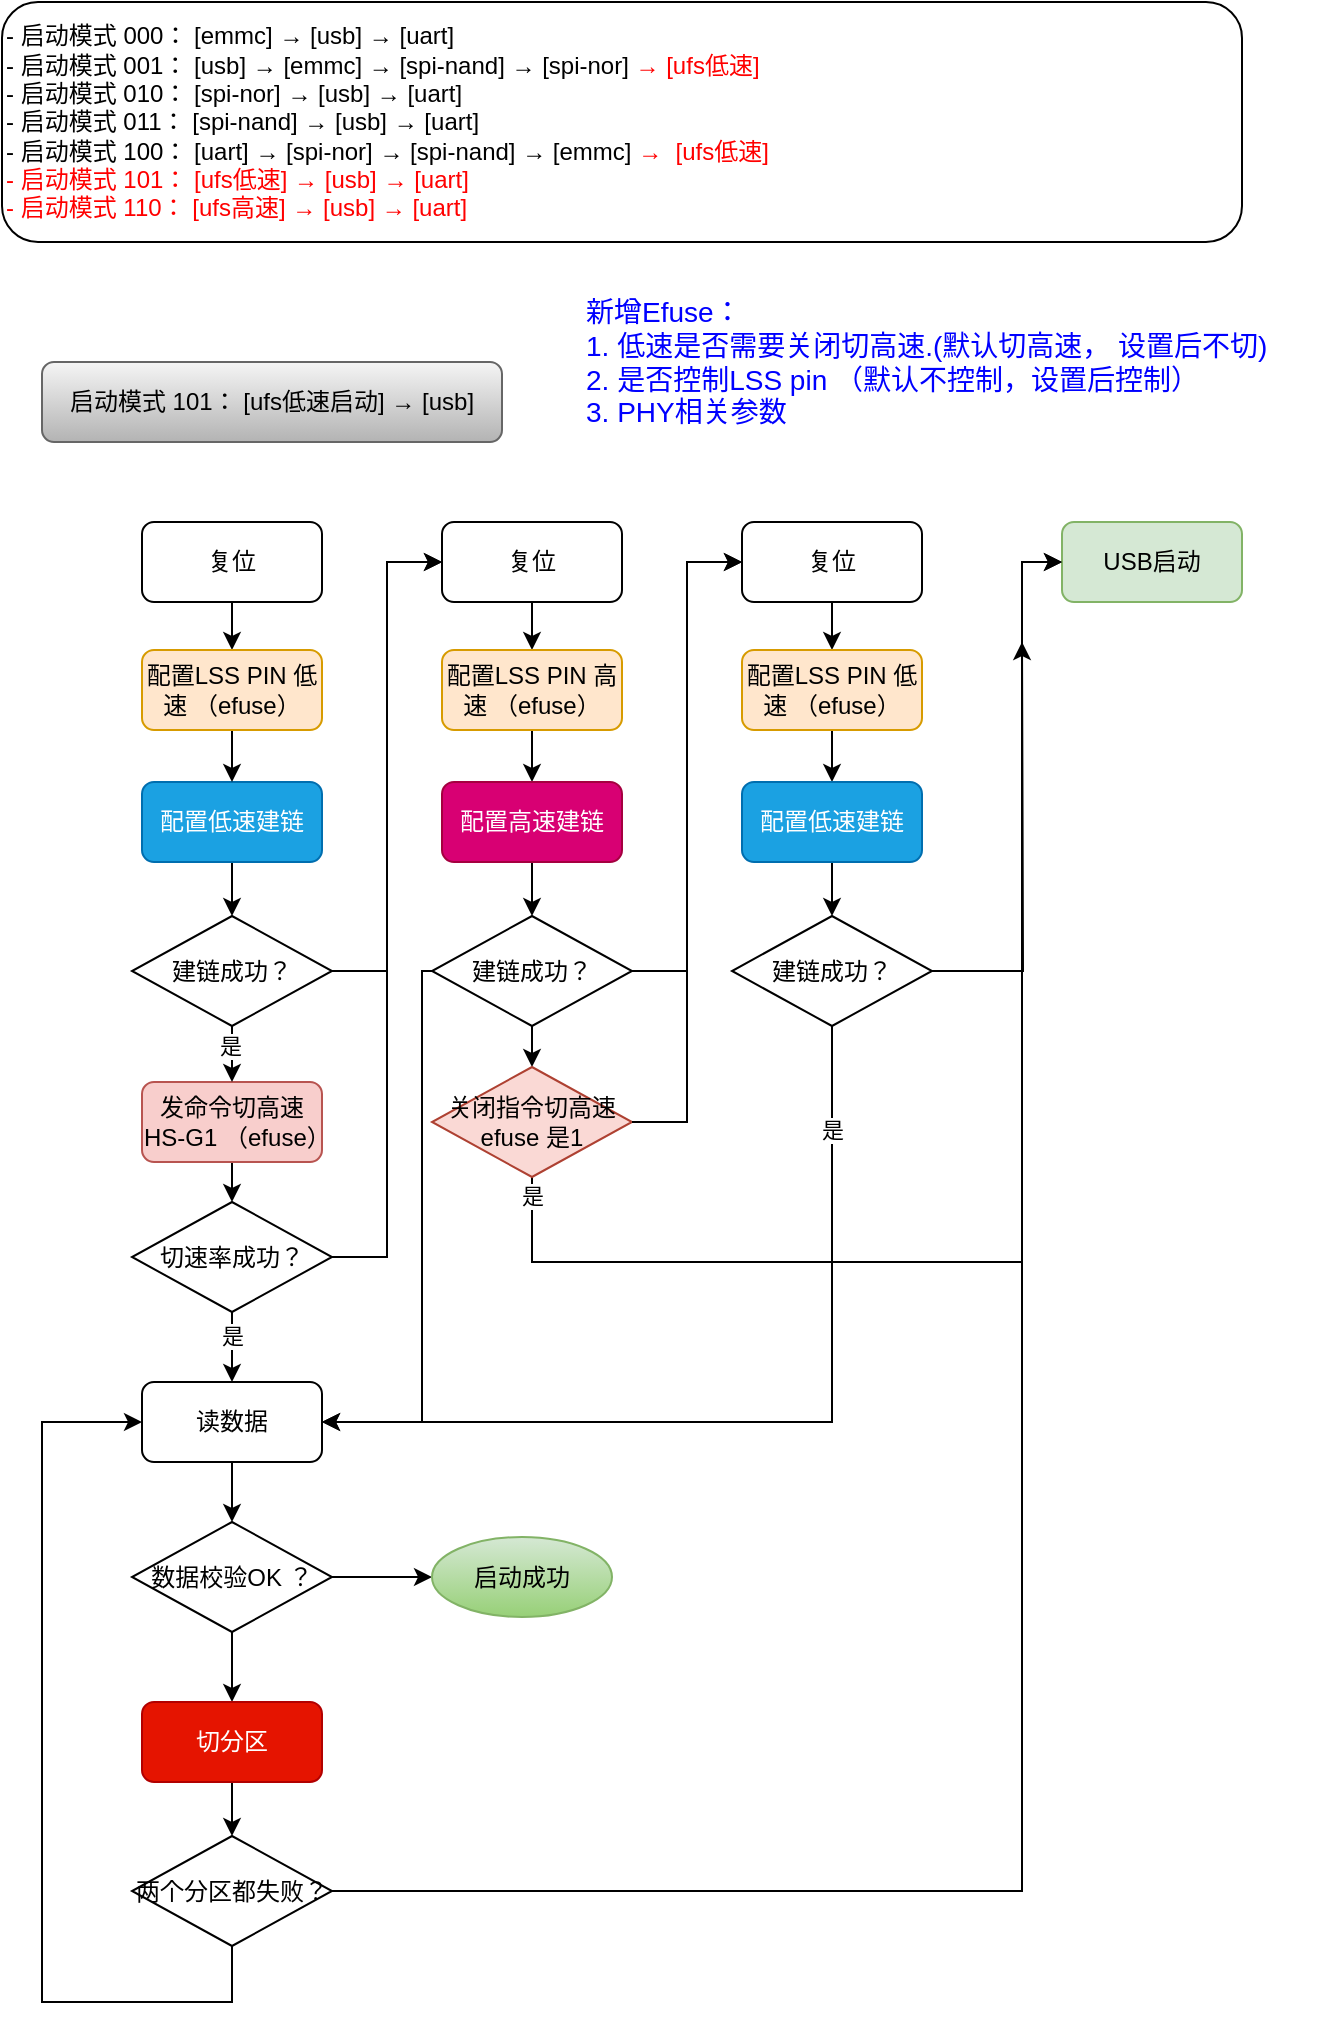
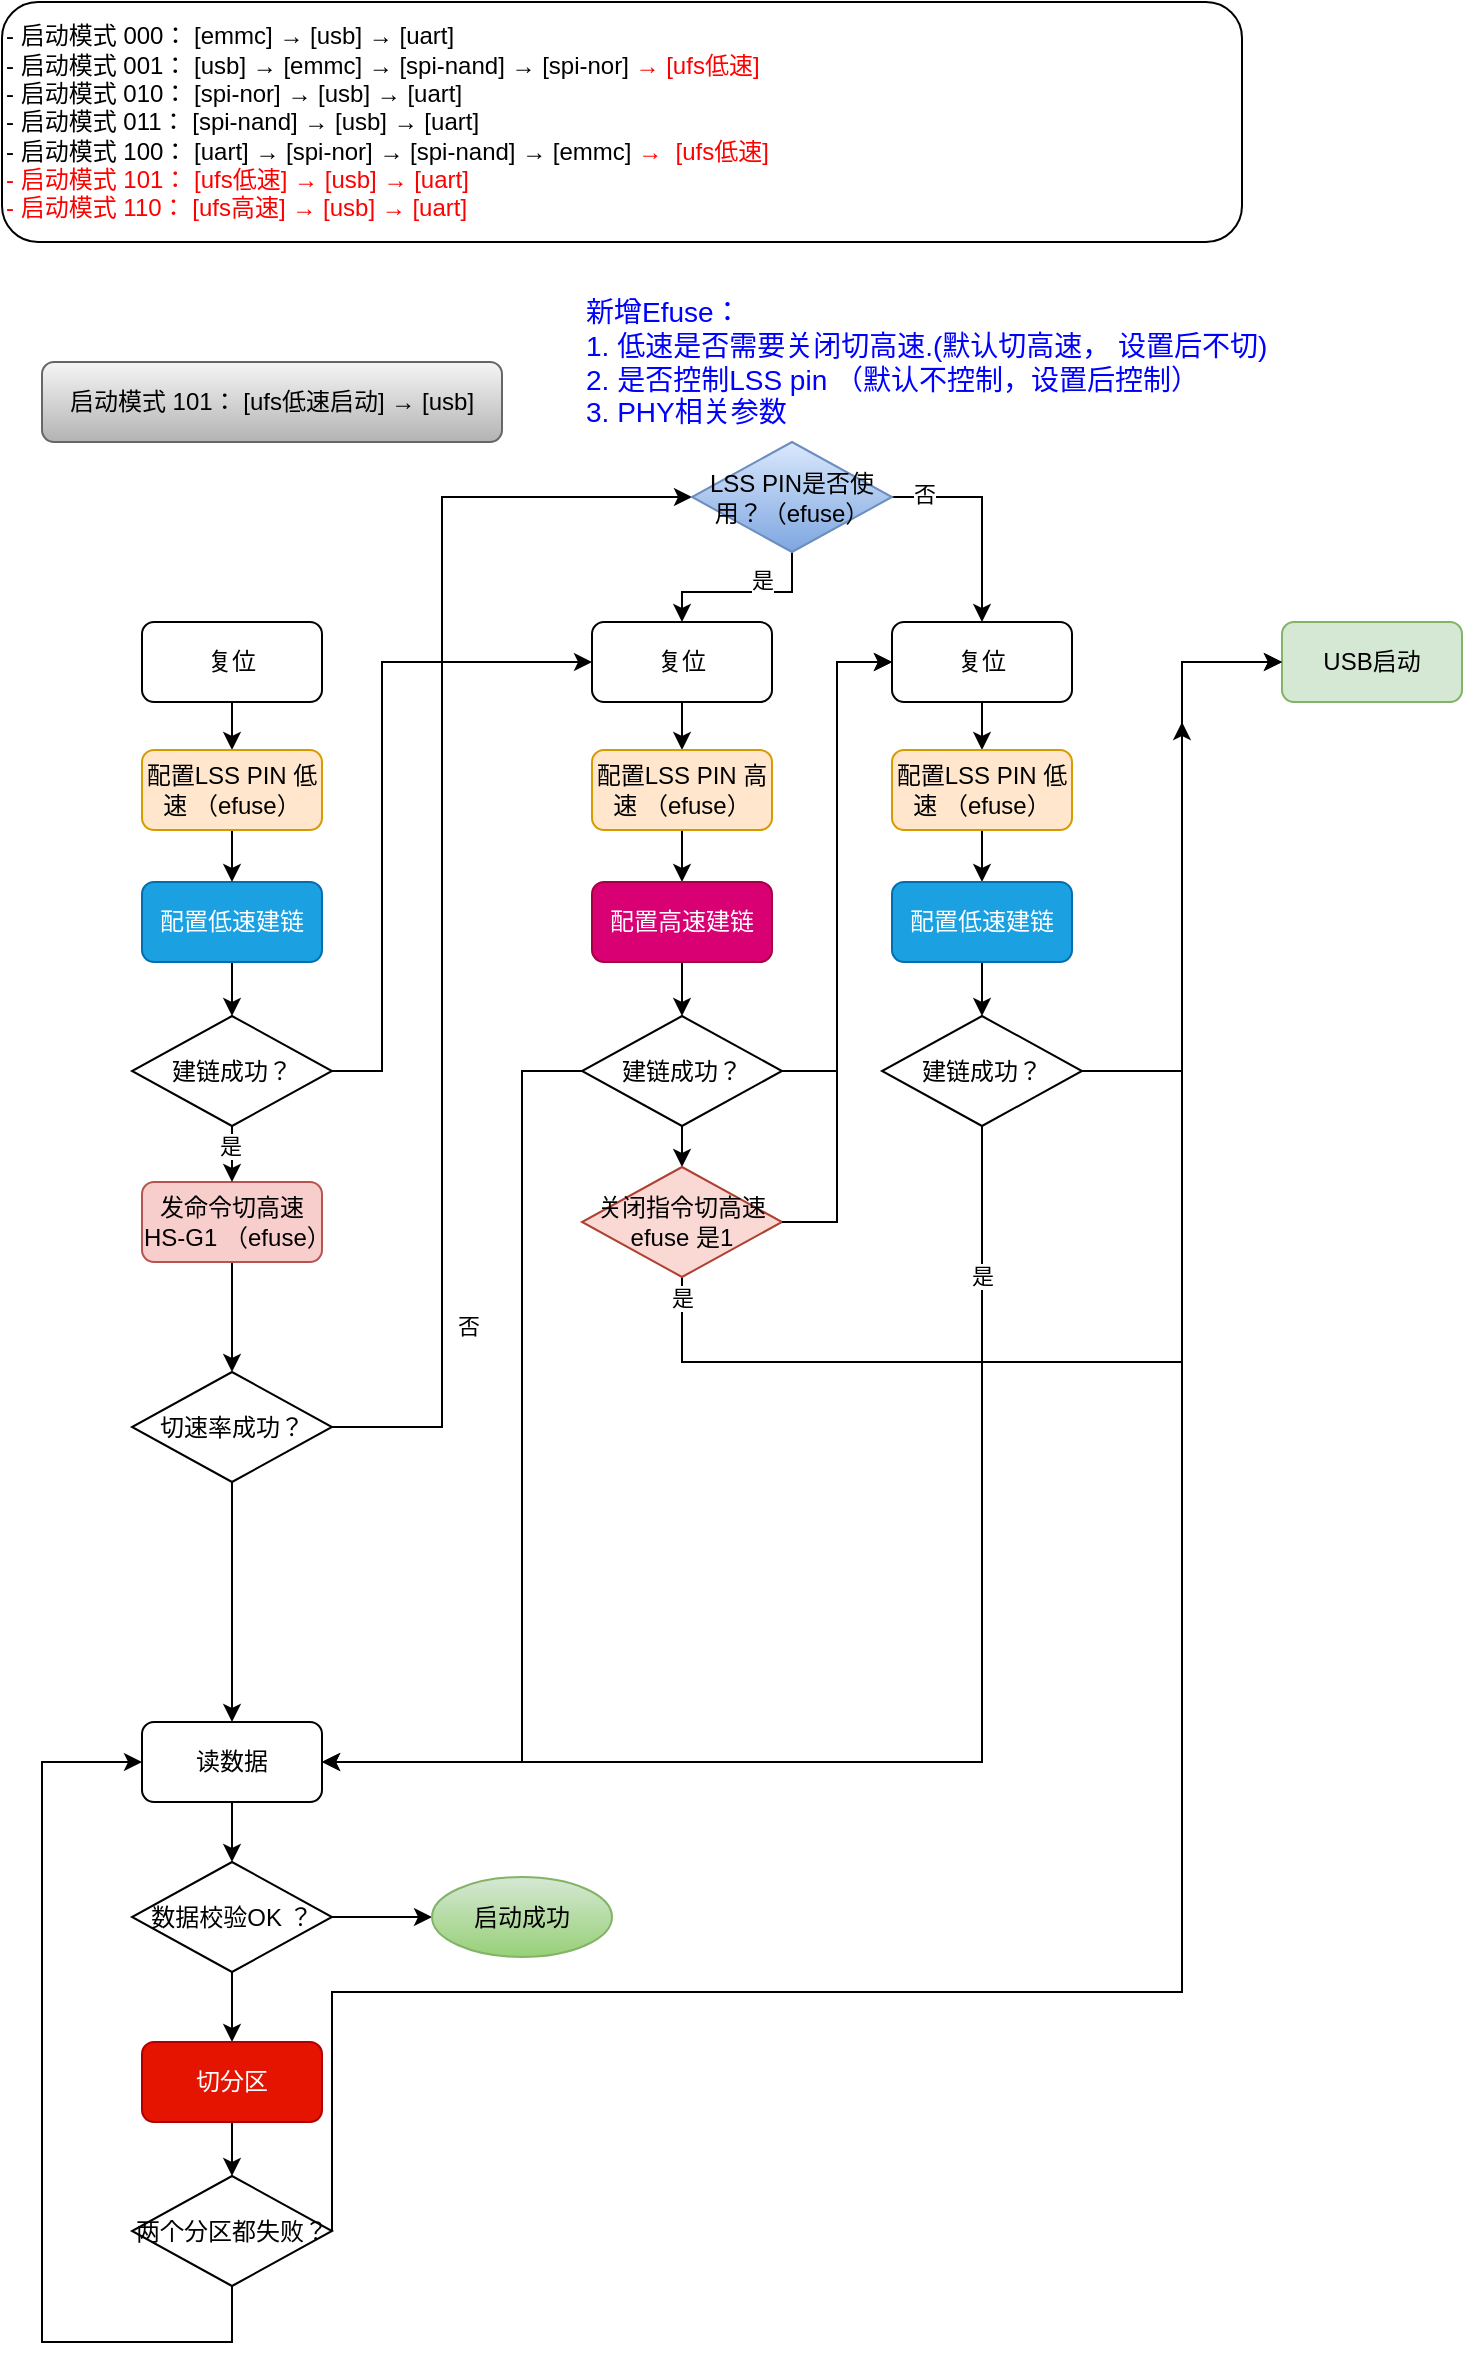
<mxfile host="app.diagrams.net" pages="3">
  <diagram name="第 1 页" id="G7MmgVwn_JN6exUAJ0xq">
    <mxGraphModel dx="1306" dy="677" grid="1" gridSize="10" guides="1" tooltips="1" connect="1" arrows="1" fold="1" page="1" pageScale="1" pageWidth="827" pageHeight="1169" math="0" shadow="0">
      <root>
        <mxCell id="0" />
        <mxCell id="1" parent="0" />
        <mxCell id="rA-qTAb89klGYPX6EJBB-1" parent="1" style="rounded=1;whiteSpace=wrap;html=1;align=left;" value="&lt;div&gt;-&amp;nbsp;&lt;span style=&quot;background-color: transparent; color: light-dark(rgb(0, 0, 0), rgb(255, 255, 255));&quot;&gt;启动模式&amp;nbsp;&lt;/span&gt;&lt;span style=&quot;background-color: transparent; color: light-dark(rgb(0, 0, 0), rgb(255, 255, 255));&quot;&gt;000： [emmc] → [usb] → [uart]&lt;/span&gt;&lt;/div&gt;&lt;div&gt;- 启动模式 001： [usb] → [emmc] → [spi-nand] → [spi-nor]&amp;nbsp;&lt;span style=&quot;background-color: transparent;&quot;&gt;&lt;font style=&quot;color: light-dark(rgb(255, 0, 0), rgb(255, 255, 255));&quot;&gt;→ [ufs低速]&lt;/font&gt;&lt;/span&gt;&lt;span style=&quot;background-color: transparent; color: light-dark(rgb(0, 0, 0), rgb(255, 255, 255));&quot;&gt;&amp;nbsp;&lt;/span&gt;&lt;span style=&quot;background-color: transparent; color: light-dark(rgb(0, 0, 0), rgb(255, 255, 255));&quot;&gt;&amp;nbsp;&lt;/span&gt;&lt;/div&gt;&lt;div&gt;- 启动模式 010： [spi-nor] → [usb] → [uart]&lt;/div&gt;&lt;div&gt;- 启动模式 011： [spi-nand] → [usb] → [uart]&lt;/div&gt;&lt;div&gt;- 启动模式 100： [uart] → [spi-nor] → [spi-nand] → [emmc]&amp;nbsp;&lt;font style=&quot;color: light-dark(rgb(255, 0, 0), rgb(255, 255, 255));&quot;&gt;&lt;span style=&quot;background-color: transparent;&quot;&gt;→&lt;/span&gt;&lt;span style=&quot;background-color: transparent;&quot;&gt;&amp;nbsp;&lt;/span&gt;&lt;span style=&quot;background-color: transparent;&quot;&gt;&amp;nbsp;&lt;/span&gt;&lt;span style=&quot;background-color: transparent;&quot;&gt;[ufs低速]&lt;/span&gt;&lt;/font&gt;&lt;span style=&quot;background-color: transparent; color: light-dark(rgb(0, 0, 0), rgb(255, 255, 255));&quot;&gt;&amp;nbsp;&lt;/span&gt;&lt;/div&gt;&lt;div&gt;&lt;font style=&quot;color: light-dark(rgb(255, 0, 0), rgb(255, 255, 255));&quot;&gt;- 启动模式 101： [ufs低速] &lt;span style=&quot;background-color: transparent;&quot;&gt;→&amp;nbsp;&lt;/span&gt;&lt;span style=&quot;background-color: transparent;&quot;&gt;[usb]&lt;/span&gt;&lt;span style=&quot;background-color: transparent;&quot;&gt; &lt;/span&gt;&lt;span style=&quot;background-color: transparent;&quot;&gt;→ [uart]&lt;/span&gt;&lt;/font&gt;&lt;/div&gt;&lt;div&gt;&lt;font style=&quot;color: light-dark(rgb(255, 0, 0), rgb(255, 255, 255));&quot;&gt;- 启动模式 110：&amp;nbsp;&lt;span style=&quot;background-color: transparent;&quot;&gt;[ufs高速]&lt;/span&gt;&lt;span style=&quot;background-color: transparent;&quot;&gt; &lt;/span&gt;&lt;span style=&quot;background-color: transparent;&quot;&gt;→ &lt;/span&gt;&lt;span style=&quot;background-color: transparent;&quot;&gt;[usb]&lt;/span&gt;&lt;span style=&quot;background-color: transparent;&quot;&gt; &lt;/span&gt;&lt;span style=&quot;background-color: transparent;&quot;&gt;→ [uart]&lt;/span&gt;&lt;/font&gt;&lt;/div&gt;" vertex="1">
-           <mxGeometry height="120" width="620" x="90" y="60" as="geometry" />
+           <mxGeometry height="120" width="620" x="90" y="10" as="geometry" />
        </mxCell>
        <mxCell id="NB0EyB8uGB_RDp4CUSld-2" parent="1" style="text;html=1;whiteSpace=wrap;strokeColor=none;fillColor=none;align=left;verticalAlign=middle;rounded=0;fontColor=#0000FF;fontSize=14;" value="新增Efuse：&lt;div&gt;1. 低速是否需要关闭切高速.(默认切高速， 设置后不切)&lt;/div&gt;&lt;div&gt;2. 是否控制LSS pin （默认不控制，设置后控制）&lt;/div&gt;&lt;div&gt;3. PHY相关参数&lt;/div&gt;" vertex="1">
-           <mxGeometry height="80" width="374" x="380" y="200" as="geometry" />
+           <mxGeometry height="80" width="374" x="380" y="150" as="geometry" />
        </mxCell>
        <mxCell id="NB0EyB8uGB_RDp4CUSld-23" edge="1" parent="1" source="NB0EyB8uGB_RDp4CUSld-5" style="edgeStyle=orthogonalEdgeStyle;rounded=0;orthogonalLoop=1;jettySize=auto;html=1;exitX=0.5;exitY=1;exitDx=0;exitDy=0;entryX=0.5;entryY=0;entryDx=0;entryDy=0;" target="NB0EyB8uGB_RDp4CUSld-7">
          <mxGeometry relative="1" as="geometry" />
        </mxCell>
        <mxCell id="NB0EyB8uGB_RDp4CUSld-5" parent="1" style="rounded=1;whiteSpace=wrap;html=1;" value="复位" vertex="1">
          <mxGeometry height="40" width="90" x="160" y="320" as="geometry" />
        </mxCell>
        <mxCell id="NB0EyB8uGB_RDp4CUSld-25" edge="1" parent="1" source="NB0EyB8uGB_RDp4CUSld-6" style="edgeStyle=orthogonalEdgeStyle;rounded=0;orthogonalLoop=1;jettySize=auto;html=1;exitX=0.5;exitY=1;exitDx=0;exitDy=0;entryX=0.5;entryY=0;entryDx=0;entryDy=0;" target="NB0EyB8uGB_RDp4CUSld-9">
          <mxGeometry relative="1" as="geometry" />
        </mxCell>
        <mxCell id="NB0EyB8uGB_RDp4CUSld-6" parent="1" style="rounded=1;whiteSpace=wrap;html=1;fillColor=#1ba1e2;fontColor=#ffffff;strokeColor=#006EAF;" value="配置低速建链" vertex="1">
          <mxGeometry height="40" width="90" x="160" y="450" as="geometry" />
        </mxCell>
        <mxCell id="NB0EyB8uGB_RDp4CUSld-24" edge="1" parent="1" source="NB0EyB8uGB_RDp4CUSld-7" style="edgeStyle=orthogonalEdgeStyle;rounded=0;orthogonalLoop=1;jettySize=auto;html=1;exitX=0.5;exitY=1;exitDx=0;exitDy=0;entryX=0.5;entryY=0;entryDx=0;entryDy=0;" target="NB0EyB8uGB_RDp4CUSld-6">
          <mxGeometry relative="1" as="geometry">
            <mxPoint x="205" y="444" as="targetPoint" />
          </mxGeometry>
        </mxCell>
        <mxCell id="NB0EyB8uGB_RDp4CUSld-7" parent="1" style="rounded=1;whiteSpace=wrap;html=1;fillColor=#ffe6cc;strokeColor=#d79b00;" value="配置LSS PIN 低速 （efuse）" vertex="1">
          <mxGeometry height="40" width="90" x="160" y="384" as="geometry" />
        </mxCell>
-         <mxCell id="NB0EyB8uGB_RDp4CUSld-27" edge="1" parent="1" source="NB0EyB8uGB_RDp4CUSld-8" style="edgeStyle=orthogonalEdgeStyle;rounded=0;orthogonalLoop=1;jettySize=auto;html=1;exitX=0.5;exitY=1;exitDx=0;exitDy=0;entryX=0.5;entryY=0;entryDx=0;entryDy=0;" target="NB0EyB8uGB_RDp4CUSld-17">
+         <mxCell id="nlYxO6ynGPBAqDfEtOoi-11" edge="1" parent="1" source="NB0EyB8uGB_RDp4CUSld-8" style="edgeStyle=orthogonalEdgeStyle;rounded=0;orthogonalLoop=1;jettySize=auto;html=1;exitX=0.5;exitY=1;exitDx=0;exitDy=0;entryX=0.5;entryY=0;entryDx=0;entryDy=0;" target="NB0EyB8uGB_RDp4CUSld-17">
          <mxGeometry relative="1" as="geometry" />
        </mxCell>
        <mxCell id="NB0EyB8uGB_RDp4CUSld-8" parent="1" style="rounded=1;whiteSpace=wrap;html=1;fillColor=#f8cecc;strokeColor=#b85450;" value="发命令切高速 HS-G1 （efuse）" vertex="1">
          <mxGeometry height="40" width="90" x="160" y="600" as="geometry" />
        </mxCell>
        <mxCell id="NB0EyB8uGB_RDp4CUSld-26" edge="1" parent="1" source="NB0EyB8uGB_RDp4CUSld-9" style="edgeStyle=orthogonalEdgeStyle;rounded=0;orthogonalLoop=1;jettySize=auto;html=1;exitX=0.5;exitY=1;exitDx=0;exitDy=0;" target="NB0EyB8uGB_RDp4CUSld-8">
          <mxGeometry relative="1" as="geometry" />
        </mxCell>
        <mxCell id="KlgkcFlpm4Ags5-VuJH5-14" connectable="0" parent="NB0EyB8uGB_RDp4CUSld-26" style="edgeLabel;html=1;align=center;verticalAlign=middle;resizable=0;points=[];" value="是" vertex="1">
          <mxGeometry relative="1" x="0.2946" y="-1" as="geometry">
            <mxPoint as="offset" />
          </mxGeometry>
        </mxCell>
        <mxCell id="KlgkcFlpm4Ags5-VuJH5-1" edge="1" parent="1" source="NB0EyB8uGB_RDp4CUSld-9" style="edgeStyle=orthogonalEdgeStyle;rounded=0;orthogonalLoop=1;jettySize=auto;html=1;exitX=1;exitY=0.5;exitDx=0;exitDy=0;entryX=0;entryY=0.5;entryDx=0;entryDy=0;" target="NB0EyB8uGB_RDp4CUSld-11">
-           <mxGeometry relative="1" as="geometry" />
+           <mxGeometry relative="1" as="geometry">
+             <Array as="points">
+               <mxPoint x="280" y="544" />
+               <mxPoint x="280" y="340" />
+             </Array>
+           </mxGeometry>
        </mxCell>
        <mxCell id="NB0EyB8uGB_RDp4CUSld-9" parent="1" style="rhombus;whiteSpace=wrap;html=1;" value="建链成功？" vertex="1">
          <mxGeometry height="55" width="100" x="155" y="517" as="geometry" />
        </mxCell>
        <mxCell id="NB0EyB8uGB_RDp4CUSld-10" parent="1" style="rounded=1;whiteSpace=wrap;html=1;fillColor=#f5f5f5;gradientColor=#b3b3b3;strokeColor=#666666;" value="&lt;span style=&quot;text-align: left;&quot;&gt;启动模式 101： [ufs低速启动] &lt;/span&gt;&lt;span style=&quot;color: light-dark(rgb(0, 0, 0), rgb(255, 255, 255)); text-align: left; background-color: transparent;&quot;&gt;→ &lt;/span&gt;&lt;span style=&quot;color: light-dark(rgb(0, 0, 0), rgb(255, 255, 255)); text-align: left; background-color: transparent;&quot;&gt;[usb]&lt;/span&gt;" vertex="1">
-           <mxGeometry height="40" width="230" x="110" y="240" as="geometry" />
+           <mxGeometry height="40" width="230" x="110" y="190" as="geometry" />
        </mxCell>
        <mxCell id="NB0EyB8uGB_RDp4CUSld-36" edge="1" parent="1" source="NB0EyB8uGB_RDp4CUSld-11" style="edgeStyle=orthogonalEdgeStyle;rounded=0;orthogonalLoop=1;jettySize=auto;html=1;exitX=0.5;exitY=1;exitDx=0;exitDy=0;entryX=0.5;entryY=0;entryDx=0;entryDy=0;" target="NB0EyB8uGB_RDp4CUSld-12">
          <mxGeometry relative="1" as="geometry" />
        </mxCell>
        <mxCell id="NB0EyB8uGB_RDp4CUSld-11" parent="1" style="rounded=1;whiteSpace=wrap;html=1;" value="复位" vertex="1">
-           <mxGeometry height="40" width="90" x="310" y="320" as="geometry" />
+           <mxGeometry height="40" width="90" x="385" y="320" as="geometry" />
        </mxCell>
        <mxCell id="NB0EyB8uGB_RDp4CUSld-37" edge="1" parent="1" source="NB0EyB8uGB_RDp4CUSld-12" style="edgeStyle=orthogonalEdgeStyle;rounded=0;orthogonalLoop=1;jettySize=auto;html=1;exitX=0.5;exitY=1;exitDx=0;exitDy=0;entryX=0.5;entryY=0;entryDx=0;entryDy=0;" target="NB0EyB8uGB_RDp4CUSld-13">
          <mxGeometry relative="1" as="geometry" />
        </mxCell>
        <mxCell id="NB0EyB8uGB_RDp4CUSld-12" parent="1" style="rounded=1;whiteSpace=wrap;html=1;fillColor=#ffe6cc;strokeColor=#d79b00;" value="配置LSS PIN 高速 （efuse）" vertex="1">
-           <mxGeometry height="40" width="90" x="310" y="384" as="geometry" />
+           <mxGeometry height="40" width="90" x="385" y="384" as="geometry" />
        </mxCell>
        <mxCell id="NB0EyB8uGB_RDp4CUSld-38" edge="1" parent="1" source="NB0EyB8uGB_RDp4CUSld-13" style="edgeStyle=orthogonalEdgeStyle;rounded=0;orthogonalLoop=1;jettySize=auto;html=1;exitX=0.5;exitY=1;exitDx=0;exitDy=0;entryX=0.5;entryY=0;entryDx=0;entryDy=0;" target="NB0EyB8uGB_RDp4CUSld-31">
          <mxGeometry relative="1" as="geometry" />
        </mxCell>
        <mxCell id="NB0EyB8uGB_RDp4CUSld-13" parent="1" style="rounded=1;whiteSpace=wrap;html=1;fillColor=#d80073;fontColor=#ffffff;strokeColor=#A50040;" value="配置高速建链" vertex="1">
-           <mxGeometry height="40" width="90" x="310" y="450" as="geometry" />
-         </mxCell>
-         <mxCell id="NB0EyB8uGB_RDp4CUSld-28" edge="1" parent="1" source="NB0EyB8uGB_RDp4CUSld-17" style="edgeStyle=orthogonalEdgeStyle;rounded=0;orthogonalLoop=1;jettySize=auto;html=1;exitX=0.5;exitY=1;exitDx=0;exitDy=0;entryX=0.5;entryY=0;entryDx=0;entryDy=0;" target="NB0EyB8uGB_RDp4CUSld-18">
-           <mxGeometry relative="1" as="geometry" />
-         </mxCell>
-         <mxCell id="KlgkcFlpm4Ags5-VuJH5-16" connectable="0" parent="NB0EyB8uGB_RDp4CUSld-28" style="edgeLabel;html=1;align=center;verticalAlign=middle;resizable=0;points=[];" value="是" vertex="1">
-           <mxGeometry relative="1" x="-0.3338" as="geometry">
-             <mxPoint as="offset" />
-           </mxGeometry>
-         </mxCell>
-         <mxCell id="KlgkcFlpm4Ags5-VuJH5-2" edge="1" parent="1" source="NB0EyB8uGB_RDp4CUSld-17" style="edgeStyle=orthogonalEdgeStyle;rounded=0;orthogonalLoop=1;jettySize=auto;html=1;exitX=1;exitY=0.5;exitDx=0;exitDy=0;entryX=0;entryY=0.5;entryDx=0;entryDy=0;" target="NB0EyB8uGB_RDp4CUSld-11">
+           <mxGeometry height="40" width="90" x="385" y="450" as="geometry" />
+         </mxCell>
+         <mxCell id="nlYxO6ynGPBAqDfEtOoi-6" edge="1" parent="1" source="NB0EyB8uGB_RDp4CUSld-17" style="edgeStyle=orthogonalEdgeStyle;rounded=0;orthogonalLoop=1;jettySize=auto;html=1;exitX=1;exitY=0.5;exitDx=0;exitDy=0;entryX=0;entryY=0.5;entryDx=0;entryDy=0;" target="nlYxO6ynGPBAqDfEtOoi-10">
+           <mxGeometry relative="1" as="geometry">
+             <Array as="points">
+               <mxPoint x="310" y="722" />
+               <mxPoint x="310" y="258" />
+             </Array>
+             <mxPoint x="130" y="723" as="sourcePoint" />
+             <mxPoint x="150" y="723" as="targetPoint" />
+           </mxGeometry>
+         </mxCell>
+         <mxCell id="nlYxO6ynGPBAqDfEtOoi-9" connectable="0" parent="nlYxO6ynGPBAqDfEtOoi-6" style="edgeLabel;html=1;align=center;verticalAlign=middle;resizable=0;points=[];" value="否" vertex="1">
+           <mxGeometry relative="1" x="-0.6713" as="geometry">
+             <mxPoint x="13" as="offset" />
+           </mxGeometry>
+         </mxCell>
+         <mxCell id="nlYxO6ynGPBAqDfEtOoi-8" edge="1" parent="1" source="NB0EyB8uGB_RDp4CUSld-17" style="edgeStyle=orthogonalEdgeStyle;rounded=0;orthogonalLoop=1;jettySize=auto;html=1;exitX=0.5;exitY=1;exitDx=0;exitDy=0;entryX=0.5;entryY=0;entryDx=0;entryDy=0;" target="NB0EyB8uGB_RDp4CUSld-18">
          <mxGeometry relative="1" as="geometry" />
        </mxCell>
        <mxCell id="NB0EyB8uGB_RDp4CUSld-17" parent="1" style="rhombus;whiteSpace=wrap;html=1;" value="切速率成功？" vertex="1">
-           <mxGeometry height="55" width="100" x="155" y="660" as="geometry" />
+           <mxGeometry height="55" width="100" x="155" y="695" as="geometry" />
        </mxCell>
        <mxCell id="NB0EyB8uGB_RDp4CUSld-29" edge="1" parent="1" source="NB0EyB8uGB_RDp4CUSld-18" style="edgeStyle=orthogonalEdgeStyle;rounded=0;orthogonalLoop=1;jettySize=auto;html=1;exitX=0.5;exitY=1;exitDx=0;exitDy=0;entryX=0.5;entryY=0;entryDx=0;entryDy=0;" target="NB0EyB8uGB_RDp4CUSld-20">
          <mxGeometry relative="1" as="geometry" />
        </mxCell>
        <mxCell id="NB0EyB8uGB_RDp4CUSld-18" parent="1" style="rounded=1;whiteSpace=wrap;html=1;" value="读数据" vertex="1">
-           <mxGeometry height="40" width="90" x="160" y="750" as="geometry" />
+           <mxGeometry height="40" width="90" x="160" y="870" as="geometry" />
        </mxCell>
        <mxCell id="NB0EyB8uGB_RDp4CUSld-30" edge="1" parent="1" source="NB0EyB8uGB_RDp4CUSld-20" style="edgeStyle=orthogonalEdgeStyle;rounded=0;orthogonalLoop=1;jettySize=auto;html=1;exitX=0.5;exitY=1;exitDx=0;exitDy=0;entryX=0.5;entryY=0;entryDx=0;entryDy=0;" target="NB0EyB8uGB_RDp4CUSld-21">
          <mxGeometry relative="1" as="geometry" />
        </mxCell>
        <mxCell id="Vg5q-0XLda4XJRTYY7xd-2" edge="1" parent="1" source="NB0EyB8uGB_RDp4CUSld-20" style="edgeStyle=orthogonalEdgeStyle;rounded=0;orthogonalLoop=1;jettySize=auto;html=1;exitX=1;exitY=0.5;exitDx=0;exitDy=0;entryX=0;entryY=0.5;entryDx=0;entryDy=0;" target="Vg5q-0XLda4XJRTYY7xd-1">
          <mxGeometry relative="1" as="geometry" />
        </mxCell>
        <mxCell id="NB0EyB8uGB_RDp4CUSld-20" parent="1" style="rhombus;whiteSpace=wrap;html=1;" value="数据校验OK ？" vertex="1">
-           <mxGeometry height="55" width="100" x="155" y="820" as="geometry" />
+           <mxGeometry height="55" width="100" x="155" y="940" as="geometry" />
        </mxCell>
        <mxCell id="NB0EyB8uGB_RDp4CUSld-22" edge="1" parent="1" source="KlgkcFlpm4Ags5-VuJH5-11" style="edgeStyle=orthogonalEdgeStyle;rounded=0;orthogonalLoop=1;jettySize=auto;html=1;exitX=0.5;exitY=1;exitDx=0;exitDy=0;entryX=0;entryY=0.5;entryDx=0;entryDy=0;" target="NB0EyB8uGB_RDp4CUSld-18">
          <mxGeometry relative="1" as="geometry">
            <Array as="points">
-               <mxPoint x="205" y="1060" />
-               <mxPoint x="110" y="1060" />
-               <mxPoint x="110" y="770" />
+               <mxPoint x="205" y="1180" />
+               <mxPoint x="110" y="1180" />
+               <mxPoint x="110" y="890" />
            </Array>
          </mxGeometry>
        </mxCell>
        <mxCell id="KlgkcFlpm4Ags5-VuJH5-12" edge="1" parent="1" source="NB0EyB8uGB_RDp4CUSld-21" style="edgeStyle=orthogonalEdgeStyle;rounded=0;orthogonalLoop=1;jettySize=auto;html=1;exitX=0.5;exitY=1;exitDx=0;exitDy=0;entryX=0.5;entryY=0;entryDx=0;entryDy=0;" target="KlgkcFlpm4Ags5-VuJH5-11">
          <mxGeometry relative="1" as="geometry" />
        </mxCell>
        <mxCell id="NB0EyB8uGB_RDp4CUSld-21" parent="1" style="rounded=1;whiteSpace=wrap;html=1;fillColor=#e51400;fontColor=#ffffff;strokeColor=#B20000;" value="切分区" vertex="1">
-           <mxGeometry height="40" width="90" x="160" y="910" as="geometry" />
+           <mxGeometry height="40" width="90" x="160" y="1030" as="geometry" />
        </mxCell>
        <mxCell id="KlgkcFlpm4Ags5-VuJH5-8" edge="1" parent="1" source="NB0EyB8uGB_RDp4CUSld-31" style="edgeStyle=orthogonalEdgeStyle;rounded=0;orthogonalLoop=1;jettySize=auto;html=1;exitX=1;exitY=0.5;exitDx=0;exitDy=0;entryX=0;entryY=0.5;entryDx=0;entryDy=0;" target="NB0EyB8uGB_RDp4CUSld-42">
          <mxGeometry relative="1" as="geometry" />
        </mxCell>
        <mxCell id="Vg5q-0XLda4XJRTYY7xd-7" edge="1" parent="1" source="NB0EyB8uGB_RDp4CUSld-31" style="edgeStyle=orthogonalEdgeStyle;rounded=0;orthogonalLoop=1;jettySize=auto;html=1;exitX=0;exitY=0.5;exitDx=0;exitDy=0;">
          <mxGeometry relative="1" as="geometry">
            <Array as="points">
-               <mxPoint x="300" y="544" />
-               <mxPoint x="300" y="770" />
-             </Array>
-             <mxPoint x="250" y="770" as="targetPoint" />
+               <mxPoint x="350" y="545" />
+               <mxPoint x="350" y="890" />
+             </Array>
+             <mxPoint x="250" y="890" as="targetPoint" />
          </mxGeometry>
        </mxCell>
        <mxCell id="Vg5q-0XLda4XJRTYY7xd-8" edge="1" parent="1" source="NB0EyB8uGB_RDp4CUSld-31" style="edgeStyle=orthogonalEdgeStyle;rounded=0;orthogonalLoop=1;jettySize=auto;html=1;exitX=0.5;exitY=1;exitDx=0;exitDy=0;entryX=0.5;entryY=0;entryDx=0;entryDy=0;" target="Vg5q-0XLda4XJRTYY7xd-3">
          <mxGeometry relative="1" as="geometry" />
        </mxCell>
        <mxCell id="NB0EyB8uGB_RDp4CUSld-31" parent="1" style="rhombus;whiteSpace=wrap;html=1;" value="建链成功？" vertex="1">
-           <mxGeometry height="55" width="100" x="305" y="517" as="geometry" />
+           <mxGeometry height="55" width="100" x="380" y="517" as="geometry" />
        </mxCell>
        <mxCell id="KlgkcFlpm4Ags5-VuJH5-5" edge="1" parent="1" source="NB0EyB8uGB_RDp4CUSld-42" style="edgeStyle=orthogonalEdgeStyle;rounded=0;orthogonalLoop=1;jettySize=auto;html=1;exitX=0.5;exitY=1;exitDx=0;exitDy=0;entryX=0.5;entryY=0;entryDx=0;entryDy=0;" target="NB0EyB8uGB_RDp4CUSld-43">
          <mxGeometry relative="1" as="geometry" />
        </mxCell>
        <mxCell id="NB0EyB8uGB_RDp4CUSld-42" parent="1" style="rounded=1;whiteSpace=wrap;html=1;" value="复位" vertex="1">
-           <mxGeometry height="40" width="90" x="460" y="320" as="geometry" />
+           <mxGeometry height="40" width="90" x="535" y="320" as="geometry" />
        </mxCell>
        <mxCell id="KlgkcFlpm4Ags5-VuJH5-6" edge="1" parent="1" source="NB0EyB8uGB_RDp4CUSld-43" style="edgeStyle=orthogonalEdgeStyle;rounded=0;orthogonalLoop=1;jettySize=auto;html=1;exitX=0.5;exitY=1;exitDx=0;exitDy=0;entryX=0.5;entryY=0;entryDx=0;entryDy=0;" target="NB0EyB8uGB_RDp4CUSld-44">
          <mxGeometry relative="1" as="geometry" />
        </mxCell>
        <mxCell id="NB0EyB8uGB_RDp4CUSld-43" parent="1" style="rounded=1;whiteSpace=wrap;html=1;fillColor=#ffe6cc;strokeColor=#d79b00;" value="配置LSS PIN 低速 （efuse）" vertex="1">
-           <mxGeometry height="40" width="90" x="460" y="384" as="geometry" />
+           <mxGeometry height="40" width="90" x="535" y="384" as="geometry" />
        </mxCell>
        <mxCell id="KlgkcFlpm4Ags5-VuJH5-7" edge="1" parent="1" source="NB0EyB8uGB_RDp4CUSld-44" style="edgeStyle=orthogonalEdgeStyle;rounded=0;orthogonalLoop=1;jettySize=auto;html=1;exitX=0.5;exitY=1;exitDx=0;exitDy=0;entryX=0.5;entryY=0;entryDx=0;entryDy=0;" target="NB0EyB8uGB_RDp4CUSld-45">
          <mxGeometry relative="1" as="geometry" />
        </mxCell>
        <mxCell id="NB0EyB8uGB_RDp4CUSld-44" parent="1" style="rounded=1;whiteSpace=wrap;html=1;fillColor=#1ba1e2;fontColor=#ffffff;strokeColor=#006EAF;" value="配置低速建链" vertex="1">
-           <mxGeometry height="40" width="90" x="460" y="450" as="geometry" />
-         </mxCell>
-         <mxCell id="KlgkcFlpm4Ags5-VuJH5-4" edge="1" parent="1" source="NB0EyB8uGB_RDp4CUSld-45" style="edgeStyle=orthogonalEdgeStyle;rounded=0;orthogonalLoop=1;jettySize=auto;html=1;exitX=0.5;exitY=1;exitDx=0;exitDy=0;">
-           <mxGeometry relative="1" as="geometry">
-             <Array as="points">
-               <mxPoint x="505" y="770" />
-               <mxPoint x="250" y="770" />
+           <mxGeometry height="40" width="90" x="535" y="450" as="geometry" />
+         </mxCell>
+         <mxCell id="KlgkcFlpm4Ags5-VuJH5-4" edge="1" parent="1" source="NB0EyB8uGB_RDp4CUSld-45" style="edgeStyle=orthogonalEdgeStyle;rounded=0;orthogonalLoop=1;jettySize=auto;html=1;exitX=0.5;exitY=1;exitDx=0;exitDy=0;entryX=1;entryY=0.5;entryDx=0;entryDy=0;" target="NB0EyB8uGB_RDp4CUSld-18">
+           <mxGeometry relative="1" as="geometry">
+             <Array as="points">
+               <mxPoint x="580" y="890" />
            </Array>
            <mxPoint x="250" y="770" as="targetPoint" />
          </mxGeometry>
        </mxCell>
        <mxCell id="KlgkcFlpm4Ags5-VuJH5-18" connectable="0" parent="KlgkcFlpm4Ags5-VuJH5-4" style="edgeLabel;html=1;align=center;verticalAlign=middle;resizable=0;points=[];" value="是" vertex="1">
          <mxGeometry relative="1" x="-0.7697" as="geometry">
            <mxPoint as="offset" />
          </mxGeometry>
        </mxCell>
        <mxCell id="KlgkcFlpm4Ags5-VuJH5-19" edge="1" parent="1" source="NB0EyB8uGB_RDp4CUSld-45" style="edgeStyle=orthogonalEdgeStyle;rounded=0;orthogonalLoop=1;jettySize=auto;html=1;exitX=1;exitY=0.5;exitDx=0;exitDy=0;">
          <mxGeometry relative="1" as="geometry">
-             <mxPoint x="600" y="380" as="targetPoint" />
+             <Array as="points">
+               <mxPoint x="680" y="544" />
+               <mxPoint x="680" y="380" />
+             </Array>
+             <mxPoint x="680" y="370" as="targetPoint" />
          </mxGeometry>
        </mxCell>
        <mxCell id="NB0EyB8uGB_RDp4CUSld-45" parent="1" style="rhombus;whiteSpace=wrap;html=1;" value="建链成功？" vertex="1">
-           <mxGeometry height="55" width="100" x="455" y="517" as="geometry" />
+           <mxGeometry height="55" width="100" x="530" y="517" as="geometry" />
        </mxCell>
        <mxCell id="KlgkcFlpm4Ags5-VuJH5-9" parent="1" style="rounded=1;whiteSpace=wrap;html=1;fillColor=#d5e8d4;strokeColor=#82b366;" value="USB启动" vertex="1">
-           <mxGeometry height="40" width="90" x="620" y="320" as="geometry" />
+           <mxGeometry height="40" width="90" x="730" y="320" as="geometry" />
        </mxCell>
        <mxCell id="KlgkcFlpm4Ags5-VuJH5-13" edge="1" parent="1" source="KlgkcFlpm4Ags5-VuJH5-11" style="edgeStyle=orthogonalEdgeStyle;rounded=0;orthogonalLoop=1;jettySize=auto;html=1;exitX=1;exitY=0.5;exitDx=0;exitDy=0;entryX=0;entryY=0.5;entryDx=0;entryDy=0;" target="KlgkcFlpm4Ags5-VuJH5-9">
          <mxGeometry relative="1" as="geometry">
            <Array as="points">
-               <mxPoint x="600" y="1005" />
-               <mxPoint x="600" y="340" />
+               <mxPoint x="255" y="1005" />
+               <mxPoint x="680" y="1005" />
+               <mxPoint x="680" y="340" />
            </Array>
          </mxGeometry>
        </mxCell>
        <mxCell id="KlgkcFlpm4Ags5-VuJH5-11" parent="1" style="rhombus;whiteSpace=wrap;html=1;" value="两个分区都失败？" vertex="1">
-           <mxGeometry height="55" width="100" x="155" y="977" as="geometry" />
+           <mxGeometry height="55" width="100" x="155" y="1097" as="geometry" />
        </mxCell>
        <mxCell id="Vg5q-0XLda4XJRTYY7xd-1" parent="1" style="ellipse;whiteSpace=wrap;html=1;fillColor=#d5e8d4;gradientColor=#97d077;strokeColor=#82b366;" value="启动成功" vertex="1">
-           <mxGeometry height="40" width="90" x="305" y="827.5" as="geometry" />
+           <mxGeometry height="40" width="90" x="305" y="947.5" as="geometry" />
        </mxCell>
        <mxCell id="Vg5q-0XLda4XJRTYY7xd-10" edge="1" parent="1" source="Vg5q-0XLda4XJRTYY7xd-3" style="edgeStyle=orthogonalEdgeStyle;rounded=0;orthogonalLoop=1;jettySize=auto;html=1;exitX=0.5;exitY=1;exitDx=0;exitDy=0;entryX=0;entryY=0.5;entryDx=0;entryDy=0;" target="KlgkcFlpm4Ags5-VuJH5-9">
          <mxGeometry relative="1" as="geometry">
            <Array as="points">
-               <mxPoint x="355" y="690" />
-               <mxPoint x="600" y="690" />
-               <mxPoint x="600" y="340" />
+               <mxPoint x="430" y="690" />
+               <mxPoint x="680" y="690" />
+               <mxPoint x="680" y="340" />
            </Array>
          </mxGeometry>
        </mxCell>
        <mxCell id="Vg5q-0XLda4XJRTYY7xd-11" connectable="0" parent="Vg5q-0XLda4XJRTYY7xd-10" style="edgeLabel;html=1;align=center;verticalAlign=middle;resizable=0;points=[];" value="是" vertex="1">
          <mxGeometry relative="1" x="-0.9713" as="geometry">
            <mxPoint as="offset" />
          </mxGeometry>
        </mxCell>
        <mxCell id="Vg5q-0XLda4XJRTYY7xd-3" parent="1" style="rhombus;whiteSpace=wrap;html=1;fillColor=#fad9d5;strokeColor=#ae4132;" value="关闭指令切高速&lt;div&gt;efuse 是1&lt;/div&gt;" vertex="1">
-           <mxGeometry height="55" width="100" x="305" y="592.5" as="geometry" />
+           <mxGeometry height="55" width="100" x="380" y="592.5" as="geometry" />
        </mxCell>
        <mxCell id="Vg5q-0XLda4XJRTYY7xd-9" edge="1" parent="1" source="Vg5q-0XLda4XJRTYY7xd-3" style="edgeStyle=orthogonalEdgeStyle;rounded=0;orthogonalLoop=1;jettySize=auto;html=1;exitX=1;exitY=0.5;exitDx=0;exitDy=0;entryX=0;entryY=0.5;entryDx=0;entryDy=0;" target="NB0EyB8uGB_RDp4CUSld-42">
          <mxGeometry relative="1" as="geometry" />
+         </mxCell>
+         <mxCell id="nlYxO6ynGPBAqDfEtOoi-12" edge="1" parent="1" source="nlYxO6ynGPBAqDfEtOoi-10" style="edgeStyle=orthogonalEdgeStyle;rounded=0;orthogonalLoop=1;jettySize=auto;html=1;exitX=0.5;exitY=1;exitDx=0;exitDy=0;entryX=0.5;entryY=0;entryDx=0;entryDy=0;" target="NB0EyB8uGB_RDp4CUSld-11">
+           <mxGeometry relative="1" as="geometry">
+             <Array as="points">
+               <mxPoint x="485" y="305" />
+               <mxPoint x="430" y="305" />
+             </Array>
+           </mxGeometry>
+         </mxCell>
+         <mxCell id="nlYxO6ynGPBAqDfEtOoi-15" connectable="0" parent="nlYxO6ynGPBAqDfEtOoi-12" style="edgeLabel;html=1;align=center;verticalAlign=middle;resizable=0;points=[];" value="是" vertex="1">
+           <mxGeometry relative="1" x="-0.685" y="-3" as="geometry">
+             <mxPoint x="-12" as="offset" />
+           </mxGeometry>
+         </mxCell>
+         <mxCell id="nlYxO6ynGPBAqDfEtOoi-13" edge="1" parent="1" source="nlYxO6ynGPBAqDfEtOoi-10" style="edgeStyle=orthogonalEdgeStyle;rounded=0;orthogonalLoop=1;jettySize=auto;html=1;exitX=1;exitY=0.5;exitDx=0;exitDy=0;entryX=0.5;entryY=0;entryDx=0;entryDy=0;" target="NB0EyB8uGB_RDp4CUSld-42">
+           <mxGeometry relative="1" as="geometry" />
+         </mxCell>
+         <mxCell id="nlYxO6ynGPBAqDfEtOoi-14" connectable="0" parent="nlYxO6ynGPBAqDfEtOoi-13" style="edgeLabel;html=1;align=center;verticalAlign=middle;resizable=0;points=[];" value="否" vertex="1">
+           <mxGeometry relative="1" x="-0.7137" y="2" as="geometry">
+             <mxPoint as="offset" />
+           </mxGeometry>
+         </mxCell>
+         <mxCell id="nlYxO6ynGPBAqDfEtOoi-10" parent="1" style="rhombus;whiteSpace=wrap;html=1;fillColor=#dae8fc;gradientColor=#7ea6e0;strokeColor=#6c8ebf;" value="LSS PIN是否使用？（efuse）" vertex="1">
+           <mxGeometry height="55" width="100" x="435" y="230" as="geometry" />
        </mxCell>
      </root>
    </mxGraphModel>
  </diagram>
  <diagram id="ql6nhWf0VNW54Wtxsakh" name="第 3 页">
    <mxGraphModel dx="902" dy="467" grid="1" gridSize="10" guides="1" tooltips="1" connect="1" arrows="1" fold="1" page="1" pageScale="1" pageWidth="827" pageHeight="1169" math="0" shadow="0">
      <root>
        <mxCell id="0" />
        <mxCell id="1" parent="0" />
        <mxCell id="Snxa9bD47oOBx4wNCC72-1" edge="1" parent="1" source="Snxa9bD47oOBx4wNCC72-2" style="edgeStyle=orthogonalEdgeStyle;rounded=0;orthogonalLoop=1;jettySize=auto;html=1;exitX=0.5;exitY=1;exitDx=0;exitDy=0;entryX=0.5;entryY=0;entryDx=0;entryDy=0;" target="Snxa9bD47oOBx4wNCC72-6">
          <mxGeometry relative="1" as="geometry" />
        </mxCell>
        <mxCell id="Snxa9bD47oOBx4wNCC72-2" parent="1" style="rounded=1;whiteSpace=wrap;html=1;" value="复位" vertex="1">
          <mxGeometry height="40" width="90" x="190" y="110" as="geometry" />
        </mxCell>
        <mxCell id="Snxa9bD47oOBx4wNCC72-3" edge="1" parent="1" source="Snxa9bD47oOBx4wNCC72-4" style="edgeStyle=orthogonalEdgeStyle;rounded=0;orthogonalLoop=1;jettySize=auto;html=1;exitX=0.5;exitY=1;exitDx=0;exitDy=0;entryX=0.5;entryY=0;entryDx=0;entryDy=0;" target="Snxa9bD47oOBx4wNCC72-23">
          <mxGeometry relative="1" as="geometry">
            <mxPoint x="235" y="307" as="targetPoint" />
          </mxGeometry>
        </mxCell>
        <mxCell id="Snxa9bD47oOBx4wNCC72-4" parent="1" style="rounded=1;whiteSpace=wrap;html=1;fillColor=#d80073;fontColor=#ffffff;strokeColor=#A50040;" value="配置高速建链" vertex="1">
          <mxGeometry height="40" width="90" x="190" y="240" as="geometry" />
        </mxCell>
        <mxCell id="Snxa9bD47oOBx4wNCC72-5" edge="1" parent="1" source="Snxa9bD47oOBx4wNCC72-6" style="edgeStyle=orthogonalEdgeStyle;rounded=0;orthogonalLoop=1;jettySize=auto;html=1;exitX=0.5;exitY=1;exitDx=0;exitDy=0;entryX=0.5;entryY=0;entryDx=0;entryDy=0;" target="Snxa9bD47oOBx4wNCC72-4">
          <mxGeometry relative="1" as="geometry">
            <mxPoint x="235" y="234" as="targetPoint" />
          </mxGeometry>
        </mxCell>
        <mxCell id="Snxa9bD47oOBx4wNCC72-6" parent="1" style="rounded=1;whiteSpace=wrap;html=1;fillColor=#ffe6cc;strokeColor=#d79b00;" value="配置LSS PIN高速 （efuse）" vertex="1">
          <mxGeometry height="40" width="90" x="190" y="174" as="geometry" />
        </mxCell>
        <mxCell id="Snxa9bD47oOBx4wNCC72-13" parent="1" style="rounded=1;whiteSpace=wrap;html=1;align=left;fillColor=#f5f5f5;gradientColor=#b3b3b3;strokeColor=#666666;" value="启动模式 110： &lt;span style=&quot;color: light-dark(rgb(0, 0, 0), rgb(255, 255, 255)); background-color: transparent;&quot;&gt;[ufs高速启动]&lt;/span&gt;&lt;span style=&quot;color: light-dark(rgb(0, 0, 0), rgb(255, 255, 255)); background-color: transparent;&quot;&gt; &lt;/span&gt;&lt;span style=&quot;color: light-dark(rgb(0, 0, 0), rgb(255, 255, 255)); background-color: transparent;&quot;&gt;→ &lt;/span&gt;&lt;span style=&quot;color: light-dark(rgb(0, 0, 0), rgb(255, 255, 255)); background-color: transparent;&quot;&gt;[usb]&lt;/span&gt;" vertex="1">
          <mxGeometry height="40" width="275" x="185" y="30" as="geometry" />
        </mxCell>
        <mxCell id="Snxa9bD47oOBx4wNCC72-14" edge="1" parent="1" source="Snxa9bD47oOBx4wNCC72-15" style="edgeStyle=orthogonalEdgeStyle;rounded=0;orthogonalLoop=1;jettySize=auto;html=1;exitX=0.5;exitY=1;exitDx=0;exitDy=0;entryX=0.5;entryY=0;entryDx=0;entryDy=0;" target="Snxa9bD47oOBx4wNCC72-17">
          <mxGeometry relative="1" as="geometry" />
        </mxCell>
        <mxCell id="Snxa9bD47oOBx4wNCC72-15" parent="1" style="rounded=1;whiteSpace=wrap;html=1;" value="复位" vertex="1">
          <mxGeometry height="40" width="90" x="340" y="110" as="geometry" />
        </mxCell>
        <mxCell id="Snxa9bD47oOBx4wNCC72-16" edge="1" parent="1" source="Snxa9bD47oOBx4wNCC72-17" style="edgeStyle=orthogonalEdgeStyle;rounded=0;orthogonalLoop=1;jettySize=auto;html=1;exitX=0.5;exitY=1;exitDx=0;exitDy=0;entryX=0.5;entryY=0;entryDx=0;entryDy=0;" target="Snxa9bD47oOBx4wNCC72-19">
          <mxGeometry relative="1" as="geometry" />
        </mxCell>
        <mxCell id="Snxa9bD47oOBx4wNCC72-17" parent="1" style="rounded=1;whiteSpace=wrap;html=1;fillColor=#ffe6cc;strokeColor=#d79b00;" value="配置LSS PIN 低速 (efuse)" vertex="1">
          <mxGeometry height="40" width="90" x="340" y="174" as="geometry" />
        </mxCell>
        <mxCell id="Snxa9bD47oOBx4wNCC72-18" edge="1" parent="1" source="Snxa9bD47oOBx4wNCC72-19" style="edgeStyle=orthogonalEdgeStyle;rounded=0;orthogonalLoop=1;jettySize=auto;html=1;exitX=0.5;exitY=1;exitDx=0;exitDy=0;entryX=0.5;entryY=0;entryDx=0;entryDy=0;" target="Snxa9bD47oOBx4wNCC72-34">
          <mxGeometry relative="1" as="geometry" />
        </mxCell>
        <mxCell id="Snxa9bD47oOBx4wNCC72-19" parent="1" style="rounded=1;whiteSpace=wrap;html=1;fillColor=#1ba1e2;fontColor=#ffffff;strokeColor=#006EAF;" value="配置低速建链" vertex="1">
          <mxGeometry height="40" width="90" x="340" y="240" as="geometry" />
        </mxCell>
        <mxCell id="Snxa9bD47oOBx4wNCC72-20" edge="1" parent="1" source="Snxa9bD47oOBx4wNCC72-23" style="edgeStyle=orthogonalEdgeStyle;rounded=0;orthogonalLoop=1;jettySize=auto;html=1;exitX=0.5;exitY=1;exitDx=0;exitDy=0;entryX=0.5;entryY=0;entryDx=0;entryDy=0;" target="Snxa9bD47oOBx4wNCC72-25">
          <mxGeometry relative="1" as="geometry" />
        </mxCell>
        <mxCell id="Snxa9bD47oOBx4wNCC72-21" connectable="0" parent="Snxa9bD47oOBx4wNCC72-20" style="edgeLabel;html=1;align=center;verticalAlign=middle;resizable=0;points=[];" value="是" vertex="1">
          <mxGeometry relative="1" x="-0.3338" as="geometry">
            <mxPoint as="offset" />
          </mxGeometry>
        </mxCell>
        <mxCell id="Snxa9bD47oOBx4wNCC72-22" edge="1" parent="1" source="Snxa9bD47oOBx4wNCC72-23" style="edgeStyle=orthogonalEdgeStyle;rounded=0;orthogonalLoop=1;jettySize=auto;html=1;exitX=1;exitY=0.5;exitDx=0;exitDy=0;entryX=0;entryY=0.5;entryDx=0;entryDy=0;" target="Snxa9bD47oOBx4wNCC72-15">
          <mxGeometry relative="1" as="geometry" />
        </mxCell>
        <mxCell id="Snxa9bD47oOBx4wNCC72-23" parent="1" style="rhombus;whiteSpace=wrap;html=1;" value="建链成功？" vertex="1">
          <mxGeometry height="55" width="100" x="185" y="310" as="geometry" />
        </mxCell>
        <mxCell id="Snxa9bD47oOBx4wNCC72-24" edge="1" parent="1" source="Snxa9bD47oOBx4wNCC72-25" style="edgeStyle=orthogonalEdgeStyle;rounded=0;orthogonalLoop=1;jettySize=auto;html=1;exitX=0.5;exitY=1;exitDx=0;exitDy=0;entryX=0.5;entryY=0;entryDx=0;entryDy=0;" target="Snxa9bD47oOBx4wNCC72-27">
          <mxGeometry relative="1" as="geometry" />
        </mxCell>
        <mxCell id="Snxa9bD47oOBx4wNCC72-25" parent="1" style="rounded=1;whiteSpace=wrap;html=1;" value="读数据" vertex="1">
          <mxGeometry height="40" width="90" x="190" y="540" as="geometry" />
        </mxCell>
        <mxCell id="Snxa9bD47oOBx4wNCC72-26" edge="1" parent="1" source="Snxa9bD47oOBx4wNCC72-27" style="edgeStyle=orthogonalEdgeStyle;rounded=0;orthogonalLoop=1;jettySize=auto;html=1;exitX=0.5;exitY=1;exitDx=0;exitDy=0;entryX=0.5;entryY=0;entryDx=0;entryDy=0;" target="Snxa9bD47oOBx4wNCC72-30">
          <mxGeometry relative="1" as="geometry" />
        </mxCell>
        <mxCell id="Qj_6jyX3p3bSbpmFPhCt-1" connectable="0" parent="Snxa9bD47oOBx4wNCC72-26" style="edgeLabel;html=1;align=center;verticalAlign=middle;resizable=0;points=[];" value="否" vertex="1">
          <mxGeometry relative="1" x="-0.4236" y="-2" as="geometry">
            <mxPoint as="offset" />
          </mxGeometry>
        </mxCell>
        <mxCell id="Qj_6jyX3p3bSbpmFPhCt-3" edge="1" parent="1" source="Snxa9bD47oOBx4wNCC72-27" style="edgeStyle=orthogonalEdgeStyle;rounded=0;orthogonalLoop=1;jettySize=auto;html=1;exitX=1;exitY=0.5;exitDx=0;exitDy=0;" target="Qj_6jyX3p3bSbpmFPhCt-2">
          <mxGeometry relative="1" as="geometry" />
        </mxCell>
        <mxCell id="Snxa9bD47oOBx4wNCC72-27" parent="1" style="rhombus;whiteSpace=wrap;html=1;" value="数据校验OK ？" vertex="1">
          <mxGeometry height="55" width="100" x="185" y="610" as="geometry" />
        </mxCell>
        <mxCell id="Snxa9bD47oOBx4wNCC72-28" edge="1" parent="1" source="Snxa9bD47oOBx4wNCC72-47" style="edgeStyle=orthogonalEdgeStyle;rounded=0;orthogonalLoop=1;jettySize=auto;html=1;exitX=0.5;exitY=1;exitDx=0;exitDy=0;entryX=0;entryY=0.5;entryDx=0;entryDy=0;" target="Snxa9bD47oOBx4wNCC72-25">
          <mxGeometry relative="1" as="geometry">
            <Array as="points">
              <mxPoint x="235" y="850" />
              <mxPoint x="140" y="850" />
              <mxPoint x="140" y="560" />
            </Array>
          </mxGeometry>
        </mxCell>
        <mxCell id="Snxa9bD47oOBx4wNCC72-29" edge="1" parent="1" source="Snxa9bD47oOBx4wNCC72-30" style="edgeStyle=orthogonalEdgeStyle;rounded=0;orthogonalLoop=1;jettySize=auto;html=1;exitX=0.5;exitY=1;exitDx=0;exitDy=0;entryX=0.5;entryY=0;entryDx=0;entryDy=0;" target="Snxa9bD47oOBx4wNCC72-47">
          <mxGeometry relative="1" as="geometry" />
        </mxCell>
        <mxCell id="Snxa9bD47oOBx4wNCC72-30" parent="1" style="rounded=1;whiteSpace=wrap;html=1;fillColor=#e51400;fontColor=#ffffff;strokeColor=#B20000;" value="切分区" vertex="1">
          <mxGeometry height="40" width="90" x="190" y="700" as="geometry" />
        </mxCell>
        <mxCell id="Snxa9bD47oOBx4wNCC72-31" edge="1" parent="1" source="kbyZZD2k67tRUDCe1sfv-1" style="edgeStyle=orthogonalEdgeStyle;rounded=0;orthogonalLoop=1;jettySize=auto;html=1;exitX=0.5;exitY=1;exitDx=0;exitDy=0;" target="kbyZZD2k67tRUDCe1sfv-4">
          <mxGeometry relative="1" as="geometry" />
        </mxCell>
        <mxCell id="Snxa9bD47oOBx4wNCC72-33" edge="1" parent="1" source="Snxa9bD47oOBx4wNCC72-34" style="edgeStyle=orthogonalEdgeStyle;rounded=0;orthogonalLoop=1;jettySize=auto;html=1;exitX=1;exitY=0.5;exitDx=0;exitDy=0;entryX=0;entryY=0.5;entryDx=0;entryDy=0;" target="Snxa9bD47oOBx4wNCC72-45">
          <mxGeometry relative="1" as="geometry">
            <Array as="points">
              <mxPoint x="450" y="335" />
              <mxPoint x="450" y="100" />
              <mxPoint x="630" y="100" />
              <mxPoint x="630" y="130" />
            </Array>
          </mxGeometry>
        </mxCell>
        <mxCell id="Snxa9bD47oOBx4wNCC72-34" parent="1" style="rhombus;whiteSpace=wrap;html=1;" value="建链成功？" vertex="1">
          <mxGeometry height="55" width="100" x="335" y="307" as="geometry" />
        </mxCell>
        <mxCell id="Snxa9bD47oOBx4wNCC72-35" edge="1" parent="1" source="Snxa9bD47oOBx4wNCC72-36" style="edgeStyle=orthogonalEdgeStyle;rounded=0;orthogonalLoop=1;jettySize=auto;html=1;exitX=0.5;exitY=1;exitDx=0;exitDy=0;entryX=0.5;entryY=0;entryDx=0;entryDy=0;" target="Snxa9bD47oOBx4wNCC72-38">
          <mxGeometry relative="1" as="geometry" />
        </mxCell>
        <mxCell id="Snxa9bD47oOBx4wNCC72-36" parent="1" style="rounded=1;whiteSpace=wrap;html=1;" value="复位" vertex="1">
          <mxGeometry height="40" width="90" x="490" y="110" as="geometry" />
        </mxCell>
        <mxCell id="Snxa9bD47oOBx4wNCC72-37" edge="1" parent="1" source="Snxa9bD47oOBx4wNCC72-38" style="edgeStyle=orthogonalEdgeStyle;rounded=0;orthogonalLoop=1;jettySize=auto;html=1;exitX=0.5;exitY=1;exitDx=0;exitDy=0;entryX=0.5;entryY=0;entryDx=0;entryDy=0;" target="Snxa9bD47oOBx4wNCC72-40">
          <mxGeometry relative="1" as="geometry" />
        </mxCell>
        <mxCell id="Snxa9bD47oOBx4wNCC72-38" parent="1" style="rounded=1;whiteSpace=wrap;html=1;fillColor=#ffe6cc;strokeColor=#d79b00;" value="配置LSS PIN 低速 (efuse)" vertex="1">
          <mxGeometry height="40" width="90" x="490" y="174" as="geometry" />
        </mxCell>
        <mxCell id="Snxa9bD47oOBx4wNCC72-39" edge="1" parent="1" source="Snxa9bD47oOBx4wNCC72-40" style="edgeStyle=orthogonalEdgeStyle;rounded=0;orthogonalLoop=1;jettySize=auto;html=1;exitX=0.5;exitY=1;exitDx=0;exitDy=0;entryX=0.5;entryY=0;entryDx=0;entryDy=0;" target="Snxa9bD47oOBx4wNCC72-44">
          <mxGeometry relative="1" as="geometry" />
        </mxCell>
        <mxCell id="Snxa9bD47oOBx4wNCC72-40" parent="1" style="rounded=1;whiteSpace=wrap;html=1;fillColor=#1ba1e2;fontColor=#ffffff;strokeColor=#006EAF;" value="配置低速建链" vertex="1">
          <mxGeometry height="40" width="90" x="490" y="240" as="geometry" />
        </mxCell>
        <mxCell id="Snxa9bD47oOBx4wNCC72-41" edge="1" parent="1" source="Snxa9bD47oOBx4wNCC72-44" style="edgeStyle=orthogonalEdgeStyle;rounded=0;orthogonalLoop=1;jettySize=auto;html=1;exitX=0.5;exitY=1;exitDx=0;exitDy=0;">
          <mxGeometry relative="1" as="geometry">
            <Array as="points">
              <mxPoint x="535" y="560" />
              <mxPoint x="280" y="560" />
            </Array>
            <mxPoint x="280" y="560" as="targetPoint" />
          </mxGeometry>
        </mxCell>
        <mxCell id="Snxa9bD47oOBx4wNCC72-42" connectable="0" parent="Snxa9bD47oOBx4wNCC72-41" style="edgeLabel;html=1;align=center;verticalAlign=middle;resizable=0;points=[];" value="是" vertex="1">
          <mxGeometry relative="1" x="-0.7697" as="geometry">
            <mxPoint as="offset" />
          </mxGeometry>
        </mxCell>
        <mxCell id="Snxa9bD47oOBx4wNCC72-43" edge="1" parent="1" source="Snxa9bD47oOBx4wNCC72-44" style="edgeStyle=orthogonalEdgeStyle;rounded=0;orthogonalLoop=1;jettySize=auto;html=1;exitX=1;exitY=0.5;exitDx=0;exitDy=0;">
          <mxGeometry relative="1" as="geometry">
            <mxPoint x="630" y="170" as="targetPoint" />
          </mxGeometry>
        </mxCell>
        <mxCell id="Snxa9bD47oOBx4wNCC72-44" parent="1" style="rhombus;whiteSpace=wrap;html=1;" value="建链成功？" vertex="1">
          <mxGeometry height="55" width="100" x="485" y="307" as="geometry" />
        </mxCell>
        <mxCell id="Snxa9bD47oOBx4wNCC72-45" parent="1" style="rounded=1;whiteSpace=wrap;html=1;fillColor=#d5e8d4;strokeColor=#82b366;" value="USB启动" vertex="1">
          <mxGeometry height="40" width="90" x="650" y="110" as="geometry" />
        </mxCell>
        <mxCell id="Snxa9bD47oOBx4wNCC72-46" edge="1" parent="1" source="Snxa9bD47oOBx4wNCC72-47" style="edgeStyle=orthogonalEdgeStyle;rounded=0;orthogonalLoop=1;jettySize=auto;html=1;exitX=1;exitY=0.5;exitDx=0;exitDy=0;entryX=0;entryY=0.5;entryDx=0;entryDy=0;" target="Snxa9bD47oOBx4wNCC72-45">
          <mxGeometry relative="1" as="geometry">
            <Array as="points">
              <mxPoint x="630" y="795" />
              <mxPoint x="630" y="130" />
            </Array>
          </mxGeometry>
        </mxCell>
        <mxCell id="Snxa9bD47oOBx4wNCC72-47" parent="1" style="rhombus;whiteSpace=wrap;html=1;" value="两个分区都失败？" vertex="1">
          <mxGeometry height="55" width="100" x="185" y="767" as="geometry" />
        </mxCell>
        <mxCell id="kbyZZD2k67tRUDCe1sfv-2" edge="1" parent="1" source="Snxa9bD47oOBx4wNCC72-34" style="edgeStyle=orthogonalEdgeStyle;rounded=0;orthogonalLoop=1;jettySize=auto;html=1;exitX=0.5;exitY=1;exitDx=0;exitDy=0;entryX=0.5;entryY=0;entryDx=0;entryDy=0;" target="kbyZZD2k67tRUDCe1sfv-1" value="">
          <mxGeometry relative="1" as="geometry">
            <mxPoint x="385" y="362" as="sourcePoint" />
            <mxPoint x="280" y="560" as="targetPoint" />
          </mxGeometry>
        </mxCell>
        <mxCell id="kbyZZD2k67tRUDCe1sfv-3" connectable="0" parent="kbyZZD2k67tRUDCe1sfv-2" style="edgeLabel;html=1;align=center;verticalAlign=middle;resizable=0;points=[];" value="是" vertex="1">
          <mxGeometry relative="1" x="-0.5934" y="-1" as="geometry">
            <mxPoint as="offset" />
          </mxGeometry>
        </mxCell>
        <mxCell id="kbyZZD2k67tRUDCe1sfv-1" parent="1" style="rounded=1;whiteSpace=wrap;html=1;fillColor=#f8cecc;strokeColor=#b85450;" value="发命令切高速 HS-G1" vertex="1">
          <mxGeometry height="40" width="90" x="340" y="390" as="geometry" />
        </mxCell>
        <mxCell id="kbyZZD2k67tRUDCe1sfv-6" edge="1" parent="1" source="kbyZZD2k67tRUDCe1sfv-4" style="edgeStyle=orthogonalEdgeStyle;rounded=0;orthogonalLoop=1;jettySize=auto;html=1;exitX=0.5;exitY=1;exitDx=0;exitDy=0;">
          <mxGeometry relative="1" as="geometry">
            <Array as="points">
              <mxPoint x="385" y="560" />
              <mxPoint x="280" y="560" />
            </Array>
            <mxPoint x="280" y="560" as="targetPoint" />
          </mxGeometry>
        </mxCell>
        <mxCell id="kbyZZD2k67tRUDCe1sfv-8" edge="1" parent="1" source="kbyZZD2k67tRUDCe1sfv-4" style="edgeStyle=orthogonalEdgeStyle;rounded=0;orthogonalLoop=1;jettySize=auto;html=1;exitX=1;exitY=0.5;exitDx=0;exitDy=0;entryX=0;entryY=0.5;entryDx=0;entryDy=0;" target="Snxa9bD47oOBx4wNCC72-36">
          <mxGeometry relative="1" as="geometry" />
        </mxCell>
        <mxCell id="kbyZZD2k67tRUDCe1sfv-4" parent="1" style="rhombus;whiteSpace=wrap;html=1;" value="切速率成功？" vertex="1">
          <mxGeometry height="55" width="100" x="335" y="460" as="geometry" />
        </mxCell>
        <mxCell id="Qj_6jyX3p3bSbpmFPhCt-2" parent="1" style="ellipse;whiteSpace=wrap;html=1;fillColor=#d5e8d4;gradientColor=#97d077;strokeColor=#82b366;" value="启动成功" vertex="1">
          <mxGeometry height="40" width="90" x="335" y="617.5" as="geometry" />
        </mxCell>
      </root>
    </mxGraphModel>
  </diagram>
  <diagram id="lCvtZ__jX87erlVo9mpF" name="第 2 页">
    <mxGraphModel dx="1082" dy="561" grid="1" gridSize="10" guides="1" tooltips="1" connect="1" arrows="1" fold="1" page="1" pageScale="1" pageWidth="827" pageHeight="1169" math="0" shadow="0">
      <root>
        <mxCell id="0" />
        <mxCell id="1" parent="0" />
        <mxCell id="WnOlcH9fiUK7AfTd9S8V-1" parent="1" style="text;html=1;whiteSpace=wrap;strokeColor=none;fillColor=none;align=left;verticalAlign=middle;rounded=0;fontSize=14;" value="&lt;div&gt;&lt;div&gt;- 启动模式 101： [ufs低速启动] &lt;span style=&quot;background-color: transparent; color: light-dark(rgb(0, 0, 0), rgb(255, 255, 255));&quot;&gt;→ &lt;/span&gt;&lt;span style=&quot;background-color: transparent; color: light-dark(rgb(0, 0, 0), rgb(255, 255, 255));&quot;&gt;[usb]&lt;/span&gt;&lt;/div&gt;&lt;div&gt;- 启动模式 110： &lt;span style=&quot;background-color: transparent; color: light-dark(rgb(0, 0, 0), rgb(255, 255, 255));&quot;&gt;[ufs高速启动]&lt;/span&gt;&lt;span style=&quot;background-color: transparent; color: light-dark(rgb(0, 0, 0), rgb(255, 255, 255));&quot;&gt; &lt;/span&gt;&lt;span style=&quot;background-color: transparent; color: light-dark(rgb(0, 0, 0), rgb(255, 255, 255));&quot;&gt;→ &lt;/span&gt;&lt;span style=&quot;background-color: transparent; color: light-dark(rgb(0, 0, 0), rgb(255, 255, 255));&quot;&gt;[usb]&lt;/span&gt;&lt;/div&gt;&lt;/div&gt;异常情况汇总：" vertex="1">
          <mxGeometry height="50" width="360" x="40" y="250" as="geometry" />
        </mxCell>
        <mxCell id="WnOlcH9fiUK7AfTd9S8V-2" parent="1" style="shape=table;startSize=0;container=1;collapsible=0;childLayout=tableLayout;fontSize=14;align=left;" value="" vertex="1">
          <mxGeometry height="240" width="730" x="40" y="320" as="geometry" />
        </mxCell>
        <mxCell id="-yYV-AWoShLVFezPO-Gk-6" parent="WnOlcH9fiUK7AfTd9S8V-2" style="shape=tableRow;horizontal=0;startSize=0;swimlaneHead=0;swimlaneBody=0;strokeColor=inherit;top=0;left=0;bottom=0;right=0;collapsible=0;dropTarget=0;fillColor=none;points=[[0,0.5],[1,0.5]];portConstraint=eastwest;fontSize=14;align=left;" value="" vertex="1">
          <mxGeometry height="40" width="730" as="geometry" />
        </mxCell>
        <mxCell id="-yYV-AWoShLVFezPO-Gk-7" parent="-yYV-AWoShLVFezPO-Gk-6" style="shape=partialRectangle;html=1;whiteSpace=wrap;connectable=0;strokeColor=inherit;overflow=hidden;fillColor=none;top=0;left=0;bottom=0;right=0;pointerEvents=1;fontSize=14;align=left;" value="case" vertex="1">
          <mxGeometry height="40" width="32" as="geometry">
            <mxRectangle height="40" width="32" as="alternateBounds" />
          </mxGeometry>
        </mxCell>
        <mxCell id="-yYV-AWoShLVFezPO-Gk-8" parent="-yYV-AWoShLVFezPO-Gk-6" style="shape=partialRectangle;html=1;whiteSpace=wrap;connectable=0;strokeColor=inherit;overflow=hidden;fillColor=none;top=0;left=0;bottom=0;right=0;pointerEvents=1;fontSize=14;align=left;" value="启动情况" vertex="1">
          <mxGeometry height="40" width="288" x="32" as="geometry">
            <mxRectangle height="40" width="288" as="alternateBounds" />
          </mxGeometry>
        </mxCell>
        <mxCell id="-yYV-AWoShLVFezPO-Gk-9" parent="-yYV-AWoShLVFezPO-Gk-6" style="shape=partialRectangle;html=1;whiteSpace=wrap;connectable=0;strokeColor=inherit;overflow=hidden;fillColor=none;top=0;left=0;bottom=0;right=0;pointerEvents=1;fontSize=14;align=left;" value="建链结果" vertex="1">
          <mxGeometry height="40" width="410" x="320" as="geometry">
            <mxRectangle height="40" width="410" as="alternateBounds" />
          </mxGeometry>
        </mxCell>
        <mxCell id="-yYV-AWoShLVFezPO-Gk-2" parent="WnOlcH9fiUK7AfTd9S8V-2" style="shape=tableRow;horizontal=0;startSize=0;swimlaneHead=0;swimlaneBody=0;strokeColor=inherit;top=0;left=0;bottom=0;right=0;collapsible=0;dropTarget=0;fillColor=none;points=[[0,0.5],[1,0.5]];portConstraint=eastwest;fontSize=14;align=left;" value="" vertex="1">
          <mxGeometry height="40" width="730" y="40" as="geometry" />
        </mxCell>
        <mxCell id="-yYV-AWoShLVFezPO-Gk-3" parent="-yYV-AWoShLVFezPO-Gk-2" style="shape=partialRectangle;html=1;whiteSpace=wrap;connectable=0;strokeColor=inherit;overflow=hidden;fillColor=none;top=0;left=0;bottom=0;right=0;pointerEvents=1;fontSize=14;align=left;" value="1" vertex="1">
          <mxGeometry height="40" width="32" as="geometry">
            <mxRectangle height="40" width="32" as="alternateBounds" />
          </mxGeometry>
        </mxCell>
        <mxCell id="-yYV-AWoShLVFezPO-Gk-4" parent="-yYV-AWoShLVFezPO-Gk-2" style="shape=partialRectangle;html=1;whiteSpace=wrap;connectable=0;strokeColor=inherit;overflow=hidden;fillColor=none;top=0;left=0;bottom=0;right=0;pointerEvents=1;fontSize=14;align=left;" value="bootrom 配置低速启动，但是颗粒硬件设置高速启动，高速成功" vertex="1">
          <mxGeometry height="40" width="288" x="32" as="geometry">
            <mxRectangle height="40" width="288" as="alternateBounds" />
          </mxGeometry>
        </mxCell>
        <mxCell id="-yYV-AWoShLVFezPO-Gk-5" parent="-yYV-AWoShLVFezPO-Gk-2" style="shape=partialRectangle;html=1;whiteSpace=wrap;connectable=0;strokeColor=inherit;overflow=hidden;fillColor=none;top=0;left=0;bottom=0;right=0;pointerEvents=1;fontSize=14;align=left;" value="bootrom先低速建链失败 --&amp;gt; &lt;font style=&quot;color: rgb(0, 0, 255);&quot;&gt;高速&lt;/font&gt;建链成功" vertex="1">
          <mxGeometry height="40" width="410" x="320" as="geometry">
            <mxRectangle height="40" width="410" as="alternateBounds" />
          </mxGeometry>
        </mxCell>
        <mxCell id="-yYV-AWoShLVFezPO-Gk-10" parent="WnOlcH9fiUK7AfTd9S8V-2" style="shape=tableRow;horizontal=0;startSize=0;swimlaneHead=0;swimlaneBody=0;strokeColor=inherit;top=0;left=0;bottom=0;right=0;collapsible=0;dropTarget=0;fillColor=none;points=[[0,0.5],[1,0.5]];portConstraint=eastwest;fontSize=14;align=left;" value="" vertex="1">
          <mxGeometry height="40" width="730" y="80" as="geometry" />
        </mxCell>
        <mxCell id="-yYV-AWoShLVFezPO-Gk-11" parent="-yYV-AWoShLVFezPO-Gk-10" style="shape=partialRectangle;html=1;whiteSpace=wrap;connectable=0;strokeColor=inherit;overflow=hidden;fillColor=none;top=0;left=0;bottom=0;right=0;pointerEvents=1;fontSize=14;align=left;" value="2" vertex="1">
          <mxGeometry height="40" width="32" as="geometry">
            <mxRectangle height="40" width="32" as="alternateBounds" />
          </mxGeometry>
        </mxCell>
        <mxCell id="-yYV-AWoShLVFezPO-Gk-12" parent="-yYV-AWoShLVFezPO-Gk-10" style="shape=partialRectangle;html=1;whiteSpace=wrap;connectable=0;strokeColor=inherit;overflow=hidden;fillColor=none;top=0;left=0;bottom=0;right=0;pointerEvents=1;fontSize=14;align=left;" value="bootrom 配置高速启动，但是颗粒硬件设置底速启动，低速切高速成功" vertex="1">
          <mxGeometry height="40" width="288" x="32" as="geometry">
            <mxRectangle height="40" width="288" as="alternateBounds" />
          </mxGeometry>
        </mxCell>
        <mxCell id="-yYV-AWoShLVFezPO-Gk-13" parent="-yYV-AWoShLVFezPO-Gk-10" style="shape=partialRectangle;html=1;whiteSpace=wrap;connectable=0;strokeColor=inherit;overflow=hidden;fillColor=none;top=0;left=0;bottom=0;right=0;pointerEvents=1;fontSize=14;align=left;" value="bootrom先高速建链失败 --&amp;gt; 低速建链成功并切&lt;font style=&quot;color: rgb(0, 0, 255);&quot;&gt;高速&lt;/font&gt;" vertex="1">
          <mxGeometry height="40" width="410" x="320" as="geometry">
            <mxRectangle height="40" width="410" as="alternateBounds" />
          </mxGeometry>
        </mxCell>
        <mxCell id="WnOlcH9fiUK7AfTd9S8V-3" parent="WnOlcH9fiUK7AfTd9S8V-2" style="shape=tableRow;horizontal=0;startSize=0;swimlaneHead=0;swimlaneBody=0;strokeColor=inherit;top=0;left=0;bottom=0;right=0;collapsible=0;dropTarget=0;fillColor=none;points=[[0,0.5],[1,0.5]];portConstraint=eastwest;fontSize=14;align=left;" value="" vertex="1">
          <mxGeometry height="40" width="730" y="120" as="geometry" />
        </mxCell>
        <mxCell id="WnOlcH9fiUK7AfTd9S8V-4" parent="WnOlcH9fiUK7AfTd9S8V-3" style="shape=partialRectangle;html=1;whiteSpace=wrap;connectable=0;strokeColor=inherit;overflow=hidden;fillColor=none;top=0;left=0;bottom=0;right=0;pointerEvents=1;fontSize=14;align=left;" value="3" vertex="1">
          <mxGeometry height="40" width="32" as="geometry">
            <mxRectangle height="40" width="32" as="alternateBounds" />
          </mxGeometry>
        </mxCell>
        <mxCell id="WnOlcH9fiUK7AfTd9S8V-5" parent="WnOlcH9fiUK7AfTd9S8V-3" style="shape=partialRectangle;html=1;whiteSpace=wrap;connectable=0;strokeColor=inherit;overflow=hidden;fillColor=none;top=0;left=0;bottom=0;right=0;pointerEvents=1;fontSize=14;align=left;" value="bootrom 配置低速启动，颗粒也是低速，切速率成功" vertex="1">
          <mxGeometry height="40" width="288" x="32" as="geometry">
            <mxRectangle height="40" width="288" as="alternateBounds" />
          </mxGeometry>
        </mxCell>
        <mxCell id="WnOlcH9fiUK7AfTd9S8V-6" parent="WnOlcH9fiUK7AfTd9S8V-3" style="shape=partialRectangle;html=1;whiteSpace=wrap;connectable=0;strokeColor=inherit;overflow=hidden;fillColor=none;top=0;left=0;bottom=0;right=0;pointerEvents=1;fontSize=14;align=left;" value="bootrom低速建链切&lt;font style=&quot;color: rgb(0, 0, 255);&quot;&gt;高速&lt;/font&gt;" vertex="1">
          <mxGeometry height="40" width="410" x="320" as="geometry">
            <mxRectangle height="40" width="410" as="alternateBounds" />
          </mxGeometry>
        </mxCell>
        <mxCell id="WnOlcH9fiUK7AfTd9S8V-7" parent="WnOlcH9fiUK7AfTd9S8V-2" style="shape=tableRow;horizontal=0;startSize=0;swimlaneHead=0;swimlaneBody=0;strokeColor=inherit;top=0;left=0;bottom=0;right=0;collapsible=0;dropTarget=0;fillColor=none;points=[[0,0.5],[1,0.5]];portConstraint=eastwest;fontSize=14;align=left;" value="" vertex="1">
          <mxGeometry height="40" width="730" y="160" as="geometry" />
        </mxCell>
        <mxCell id="WnOlcH9fiUK7AfTd9S8V-8" parent="WnOlcH9fiUK7AfTd9S8V-7" style="shape=partialRectangle;html=1;whiteSpace=wrap;connectable=0;strokeColor=inherit;overflow=hidden;fillColor=none;top=0;left=0;bottom=0;right=0;pointerEvents=1;fontSize=14;align=left;" value="4" vertex="1">
          <mxGeometry height="40" width="32" as="geometry">
            <mxRectangle height="40" width="32" as="alternateBounds" />
          </mxGeometry>
        </mxCell>
        <mxCell id="WnOlcH9fiUK7AfTd9S8V-9" parent="WnOlcH9fiUK7AfTd9S8V-7" style="shape=partialRectangle;html=1;whiteSpace=wrap;connectable=0;strokeColor=inherit;overflow=hidden;fillColor=none;top=0;left=0;bottom=0;right=0;pointerEvents=1;fontSize=14;align=left;" value="bootrom 配置高速启动，颗粒也是高速，高速成功" vertex="1">
          <mxGeometry height="40" width="288" x="32" as="geometry">
            <mxRectangle height="40" width="288" as="alternateBounds" />
          </mxGeometry>
        </mxCell>
        <mxCell id="WnOlcH9fiUK7AfTd9S8V-10" parent="WnOlcH9fiUK7AfTd9S8V-7" style="shape=partialRectangle;html=1;whiteSpace=wrap;connectable=0;strokeColor=inherit;overflow=hidden;fillColor=none;top=0;left=0;bottom=0;right=0;pointerEvents=1;fontSize=14;align=left;" value="bootrom&lt;font style=&quot;color: rgb(0, 0, 255);&quot;&gt;高速&lt;/font&gt;建链" vertex="1">
          <mxGeometry height="40" width="410" x="320" as="geometry">
            <mxRectangle height="40" width="410" as="alternateBounds" />
          </mxGeometry>
        </mxCell>
        <mxCell id="WnOlcH9fiUK7AfTd9S8V-11" parent="WnOlcH9fiUK7AfTd9S8V-2" style="shape=tableRow;horizontal=0;startSize=0;swimlaneHead=0;swimlaneBody=0;strokeColor=inherit;top=0;left=0;bottom=0;right=0;collapsible=0;dropTarget=0;fillColor=none;points=[[0,0.5],[1,0.5]];portConstraint=eastwest;fontSize=14;align=left;" value="" vertex="1">
          <mxGeometry height="40" width="730" y="200" as="geometry" />
        </mxCell>
        <mxCell id="WnOlcH9fiUK7AfTd9S8V-12" parent="WnOlcH9fiUK7AfTd9S8V-11" style="shape=partialRectangle;html=1;whiteSpace=wrap;connectable=0;strokeColor=inherit;overflow=hidden;fillColor=none;top=0;left=0;bottom=0;right=0;pointerEvents=1;fontSize=14;align=left;" value="5" vertex="1">
          <mxGeometry height="40" width="32" as="geometry">
            <mxRectangle height="40" width="32" as="alternateBounds" />
          </mxGeometry>
        </mxCell>
        <mxCell id="WnOlcH9fiUK7AfTd9S8V-13" parent="WnOlcH9fiUK7AfTd9S8V-11" style="shape=partialRectangle;html=1;whiteSpace=wrap;connectable=0;strokeColor=inherit;overflow=hidden;fillColor=none;top=0;left=0;bottom=0;right=0;pointerEvents=1;fontSize=14;align=left;" value="bootrom 配置低速启动，颗粒也是低速，切速率失败，不切速率成功" vertex="1">
          <mxGeometry height="40" width="288" x="32" as="geometry">
            <mxRectangle height="40" width="288" as="alternateBounds" />
          </mxGeometry>
        </mxCell>
        <mxCell id="WnOlcH9fiUK7AfTd9S8V-14" parent="WnOlcH9fiUK7AfTd9S8V-11" style="shape=partialRectangle;html=1;whiteSpace=wrap;connectable=0;strokeColor=inherit;overflow=hidden;fillColor=none;top=0;left=0;bottom=0;right=0;pointerEvents=1;fontSize=14;align=left;" value="bootrom低速建链切高速失败 --&amp;gt; bootrom 高速建链失败 ---&amp;gt; bootrom &lt;font style=&quot;color: rgb(255, 51, 255);&quot;&gt;低速&lt;/font&gt;建链成功(不切高速)" vertex="1">
          <mxGeometry height="40" width="410" x="320" as="geometry">
            <mxRectangle height="40" width="410" as="alternateBounds" />
          </mxGeometry>
        </mxCell>
        <mxCell id="PYW4Q93ZiJ2KnNfdN5cH-39" parent="1" style="shape=tableRow;horizontal=0;startSize=0;swimlaneHead=0;swimlaneBody=0;strokeColor=inherit;top=0;left=0;bottom=0;right=0;collapsible=0;dropTarget=0;fillColor=none;points=[[0,0.5],[1,0.5]];portConstraint=eastwest;fontSize=14;align=left;" value="" vertex="1">
          <mxGeometry height="40" width="730" x="40" y="560" as="geometry" />
        </mxCell>
        <mxCell id="PYW4Q93ZiJ2KnNfdN5cH-63" parent="1" style="shape=table;startSize=0;container=1;collapsible=0;childLayout=tableLayout;fontSize=14;align=left;" value="" vertex="1">
          <mxGeometry height="260" width="730" x="40" y="560" as="geometry" />
        </mxCell>
        <mxCell id="PYW4Q93ZiJ2KnNfdN5cH-64" parent="PYW4Q93ZiJ2KnNfdN5cH-63" style="shape=tableRow;horizontal=0;startSize=0;swimlaneHead=0;swimlaneBody=0;strokeColor=inherit;top=0;left=0;bottom=0;right=0;collapsible=0;dropTarget=0;fillColor=none;points=[[0,0.5],[1,0.5]];portConstraint=eastwest;fontSize=14;align=left;" value="" vertex="1">
          <mxGeometry height="40" width="730" as="geometry" />
        </mxCell>
        <mxCell id="PYW4Q93ZiJ2KnNfdN5cH-65" parent="PYW4Q93ZiJ2KnNfdN5cH-64" style="shape=partialRectangle;html=1;whiteSpace=wrap;connectable=0;strokeColor=inherit;overflow=hidden;fillColor=none;top=0;left=0;bottom=0;right=0;pointerEvents=1;fontSize=14;align=left;" value="6" vertex="1">
          <mxGeometry height="40" width="32" as="geometry">
            <mxRectangle height="40" width="32" as="alternateBounds" />
          </mxGeometry>
        </mxCell>
        <mxCell id="PYW4Q93ZiJ2KnNfdN5cH-66" parent="PYW4Q93ZiJ2KnNfdN5cH-64" style="shape=partialRectangle;html=1;whiteSpace=wrap;connectable=0;strokeColor=inherit;overflow=hidden;fillColor=none;top=0;left=0;bottom=0;right=0;pointerEvents=1;fontSize=14;align=left;" value="bootrom 配置高速启动，颗粒是低速，低速切高速失败" vertex="1">
          <mxGeometry height="40" width="288" x="32" as="geometry">
            <mxRectangle height="40" width="288" as="alternateBounds" />
          </mxGeometry>
        </mxCell>
        <mxCell id="PYW4Q93ZiJ2KnNfdN5cH-67" parent="PYW4Q93ZiJ2KnNfdN5cH-64" style="shape=partialRectangle;html=1;whiteSpace=wrap;connectable=0;strokeColor=inherit;overflow=hidden;fillColor=none;top=0;left=0;bottom=0;right=0;pointerEvents=1;fontSize=14;align=left;" value="bootrom高速建链失败 --&amp;gt; bootrom 低速建链切高速失败 ---&amp;gt; bootrom &lt;font style=&quot;color: rgb(255, 51, 255);&quot;&gt;低速&lt;/font&gt;建链成功(不切高速)" vertex="1">
          <mxGeometry height="40" width="410" x="320" as="geometry">
            <mxRectangle height="40" width="410" as="alternateBounds" />
          </mxGeometry>
        </mxCell>
        <mxCell id="PYW4Q93ZiJ2KnNfdN5cH-68" parent="PYW4Q93ZiJ2KnNfdN5cH-63" style="shape=tableRow;horizontal=0;startSize=0;swimlaneHead=0;swimlaneBody=0;strokeColor=inherit;top=0;left=0;bottom=0;right=0;collapsible=0;dropTarget=0;fillColor=none;points=[[0,0.5],[1,0.5]];portConstraint=eastwest;fontSize=14;align=left;" value="" vertex="1">
          <mxGeometry height="60" width="730" y="40" as="geometry" />
        </mxCell>
        <mxCell id="PYW4Q93ZiJ2KnNfdN5cH-69" parent="PYW4Q93ZiJ2KnNfdN5cH-68" style="shape=partialRectangle;html=1;whiteSpace=wrap;connectable=0;strokeColor=inherit;overflow=hidden;fillColor=none;top=0;left=0;bottom=0;right=0;pointerEvents=1;fontSize=14;align=left;" value="7" vertex="1">
          <mxGeometry height="60" width="32" as="geometry">
            <mxRectangle height="60" width="32" as="alternateBounds" />
          </mxGeometry>
        </mxCell>
        <mxCell id="PYW4Q93ZiJ2KnNfdN5cH-70" parent="PYW4Q93ZiJ2KnNfdN5cH-68" style="shape=partialRectangle;html=1;whiteSpace=wrap;connectable=0;strokeColor=inherit;overflow=hidden;fillColor=none;top=0;left=0;bottom=0;right=0;pointerEvents=1;fontSize=14;align=left;" value="bootrom配置高速启动，颗粒也是高速，但是高速建链失败" vertex="1">
          <mxGeometry height="60" width="288" x="32" as="geometry">
            <mxRectangle height="60" width="288" as="alternateBounds" />
          </mxGeometry>
        </mxCell>
        <mxCell id="PYW4Q93ZiJ2KnNfdN5cH-71" parent="PYW4Q93ZiJ2KnNfdN5cH-68" style="shape=partialRectangle;html=1;whiteSpace=wrap;connectable=0;strokeColor=inherit;overflow=hidden;fillColor=none;top=0;left=0;bottom=0;right=0;pointerEvents=1;fontSize=14;align=left;" value="bootrom高速建链失败 --&amp;gt; bootrom 低速建链切高速失败 ---&amp;gt; bootrom 低速建链失败 &lt;font style=&quot;color: rgb(255, 51, 51);&quot;&gt;（需要改颗粒硬件PIN配置低速 或者使能LSS efuse 控制）&lt;/font&gt;" vertex="1">
          <mxGeometry height="60" width="410" x="320" as="geometry">
            <mxRectangle height="60" width="410" as="alternateBounds" />
          </mxGeometry>
        </mxCell>
        <mxCell id="PYW4Q93ZiJ2KnNfdN5cH-72" parent="PYW4Q93ZiJ2KnNfdN5cH-63" style="shape=tableRow;horizontal=0;startSize=0;swimlaneHead=0;swimlaneBody=0;strokeColor=inherit;top=0;left=0;bottom=0;right=0;collapsible=0;dropTarget=0;fillColor=none;points=[[0,0.5],[1,0.5]];portConstraint=eastwest;fontSize=14;align=left;" value="" vertex="1">
          <mxGeometry height="40" width="730" y="100" as="geometry" />
        </mxCell>
        <mxCell id="PYW4Q93ZiJ2KnNfdN5cH-73" parent="PYW4Q93ZiJ2KnNfdN5cH-72" style="shape=partialRectangle;html=1;whiteSpace=wrap;connectable=0;strokeColor=inherit;overflow=hidden;fillColor=none;top=0;left=0;bottom=0;right=0;pointerEvents=1;fontSize=14;align=left;" value="8" vertex="1">
          <mxGeometry height="40" width="32" as="geometry">
            <mxRectangle height="40" width="32" as="alternateBounds" />
          </mxGeometry>
        </mxCell>
        <mxCell id="PYW4Q93ZiJ2KnNfdN5cH-74" parent="PYW4Q93ZiJ2KnNfdN5cH-72" style="shape=partialRectangle;html=1;whiteSpace=wrap;connectable=0;strokeColor=inherit;overflow=hidden;fillColor=none;top=0;left=0;bottom=0;right=0;pointerEvents=1;fontSize=14;align=left;" value="bootrom 配置低速启动，颗粒也是低速，低速建链失败" vertex="1">
          <mxGeometry height="40" width="288" x="32" as="geometry">
            <mxRectangle height="40" width="288" as="alternateBounds" />
          </mxGeometry>
        </mxCell>
        <mxCell id="PYW4Q93ZiJ2KnNfdN5cH-75" parent="PYW4Q93ZiJ2KnNfdN5cH-72" style="shape=partialRectangle;html=1;whiteSpace=wrap;connectable=0;strokeColor=inherit;overflow=hidden;fillColor=none;top=0;left=0;bottom=0;right=0;pointerEvents=1;fontSize=14;align=left;" value="bootrom低速建链切高速失败 --&amp;gt; bootrom 高速建链失败 ---&amp;gt; bootrom 低速建链失败 --&amp;gt; &lt;font style=&quot;color: rgb(255, 51, 51);&quot;&gt;USB 启动 （需要查硬件问题）&lt;/font&gt;" vertex="1">
          <mxGeometry height="40" width="410" x="320" as="geometry">
            <mxRectangle height="40" width="410" as="alternateBounds" />
          </mxGeometry>
        </mxCell>
        <mxCell id="PYW4Q93ZiJ2KnNfdN5cH-76" parent="PYW4Q93ZiJ2KnNfdN5cH-63" style="shape=tableRow;horizontal=0;startSize=0;swimlaneHead=0;swimlaneBody=0;strokeColor=inherit;top=0;left=0;bottom=0;right=0;collapsible=0;dropTarget=0;fillColor=none;points=[[0,0.5],[1,0.5]];portConstraint=eastwest;fontSize=14;align=left;" value="" vertex="1">
          <mxGeometry height="40" width="730" y="140" as="geometry" />
        </mxCell>
        <mxCell id="PYW4Q93ZiJ2KnNfdN5cH-77" parent="PYW4Q93ZiJ2KnNfdN5cH-76" style="shape=partialRectangle;html=1;whiteSpace=wrap;connectable=0;strokeColor=inherit;overflow=hidden;fillColor=none;top=0;left=0;bottom=0;right=0;pointerEvents=1;fontSize=14;align=left;" value="" vertex="1">
          <mxGeometry height="40" width="32" as="geometry">
            <mxRectangle height="40" width="32" as="alternateBounds" />
          </mxGeometry>
        </mxCell>
        <mxCell id="PYW4Q93ZiJ2KnNfdN5cH-78" parent="PYW4Q93ZiJ2KnNfdN5cH-76" style="shape=partialRectangle;html=1;whiteSpace=wrap;connectable=0;strokeColor=inherit;overflow=hidden;fillColor=none;top=0;left=0;bottom=0;right=0;pointerEvents=1;fontSize=14;align=left;" value="" vertex="1">
          <mxGeometry height="40" width="288" x="32" as="geometry">
            <mxRectangle height="40" width="288" as="alternateBounds" />
          </mxGeometry>
        </mxCell>
        <mxCell id="PYW4Q93ZiJ2KnNfdN5cH-79" parent="PYW4Q93ZiJ2KnNfdN5cH-76" style="shape=partialRectangle;html=1;whiteSpace=wrap;connectable=0;strokeColor=inherit;overflow=hidden;fillColor=none;top=0;left=0;bottom=0;right=0;pointerEvents=1;fontSize=14;align=left;" value="" vertex="1">
          <mxGeometry height="40" width="410" x="320" as="geometry">
            <mxRectangle height="40" width="410" as="alternateBounds" />
          </mxGeometry>
        </mxCell>
        <mxCell id="PYW4Q93ZiJ2KnNfdN5cH-80" parent="PYW4Q93ZiJ2KnNfdN5cH-63" style="shape=tableRow;horizontal=0;startSize=0;swimlaneHead=0;swimlaneBody=0;strokeColor=inherit;top=0;left=0;bottom=0;right=0;collapsible=0;dropTarget=0;fillColor=none;points=[[0,0.5],[1,0.5]];portConstraint=eastwest;fontSize=14;align=left;" value="" vertex="1">
          <mxGeometry height="40" width="730" y="180" as="geometry" />
        </mxCell>
        <mxCell id="PYW4Q93ZiJ2KnNfdN5cH-81" parent="PYW4Q93ZiJ2KnNfdN5cH-80" style="shape=partialRectangle;html=1;whiteSpace=wrap;connectable=0;strokeColor=inherit;overflow=hidden;fillColor=none;top=0;left=0;bottom=0;right=0;pointerEvents=1;fontSize=14;align=left;" value="" vertex="1">
          <mxGeometry height="40" width="32" as="geometry">
            <mxRectangle height="40" width="32" as="alternateBounds" />
          </mxGeometry>
        </mxCell>
        <mxCell id="PYW4Q93ZiJ2KnNfdN5cH-82" parent="PYW4Q93ZiJ2KnNfdN5cH-80" style="shape=partialRectangle;html=1;whiteSpace=wrap;connectable=0;strokeColor=inherit;overflow=hidden;fillColor=none;top=0;left=0;bottom=0;right=0;pointerEvents=1;fontSize=14;align=left;" value="" vertex="1">
          <mxGeometry height="40" width="288" x="32" as="geometry">
            <mxRectangle height="40" width="288" as="alternateBounds" />
          </mxGeometry>
        </mxCell>
        <mxCell id="PYW4Q93ZiJ2KnNfdN5cH-83" parent="PYW4Q93ZiJ2KnNfdN5cH-80" style="shape=partialRectangle;html=1;whiteSpace=wrap;connectable=0;strokeColor=inherit;overflow=hidden;fillColor=none;top=0;left=0;bottom=0;right=0;pointerEvents=1;fontSize=14;align=left;" value="" vertex="1">
          <mxGeometry height="40" width="410" x="320" as="geometry">
            <mxRectangle height="40" width="410" as="alternateBounds" />
          </mxGeometry>
        </mxCell>
        <mxCell id="PYW4Q93ZiJ2KnNfdN5cH-84" parent="PYW4Q93ZiJ2KnNfdN5cH-63" style="shape=tableRow;horizontal=0;startSize=0;swimlaneHead=0;swimlaneBody=0;strokeColor=inherit;top=0;left=0;bottom=0;right=0;collapsible=0;dropTarget=0;fillColor=none;points=[[0,0.5],[1,0.5]];portConstraint=eastwest;fontSize=14;align=left;" value="" vertex="1">
          <mxGeometry height="40" width="730" y="220" as="geometry" />
        </mxCell>
        <mxCell id="PYW4Q93ZiJ2KnNfdN5cH-85" parent="PYW4Q93ZiJ2KnNfdN5cH-84" style="shape=partialRectangle;html=1;whiteSpace=wrap;connectable=0;strokeColor=inherit;overflow=hidden;fillColor=none;top=0;left=0;bottom=0;right=0;pointerEvents=1;fontSize=14;align=left;" value="" vertex="1">
          <mxGeometry height="40" width="32" as="geometry">
            <mxRectangle height="40" width="32" as="alternateBounds" />
          </mxGeometry>
        </mxCell>
        <mxCell id="PYW4Q93ZiJ2KnNfdN5cH-86" parent="PYW4Q93ZiJ2KnNfdN5cH-84" style="shape=partialRectangle;html=1;whiteSpace=wrap;connectable=0;strokeColor=inherit;overflow=hidden;fillColor=none;top=0;left=0;bottom=0;right=0;pointerEvents=1;fontSize=14;align=left;" value="" vertex="1">
          <mxGeometry height="40" width="288" x="32" as="geometry">
            <mxRectangle height="40" width="288" as="alternateBounds" />
          </mxGeometry>
        </mxCell>
        <mxCell id="PYW4Q93ZiJ2KnNfdN5cH-87" parent="PYW4Q93ZiJ2KnNfdN5cH-84" style="shape=partialRectangle;html=1;whiteSpace=wrap;connectable=0;strokeColor=inherit;overflow=hidden;fillColor=none;top=0;left=0;bottom=0;right=0;pointerEvents=1;fontSize=14;align=left;" value="" vertex="1">
          <mxGeometry height="40" width="410" x="320" as="geometry">
            <mxRectangle height="40" width="410" as="alternateBounds" />
          </mxGeometry>
        </mxCell>
      </root>
    </mxGraphModel>
  </diagram>
</mxfile>
